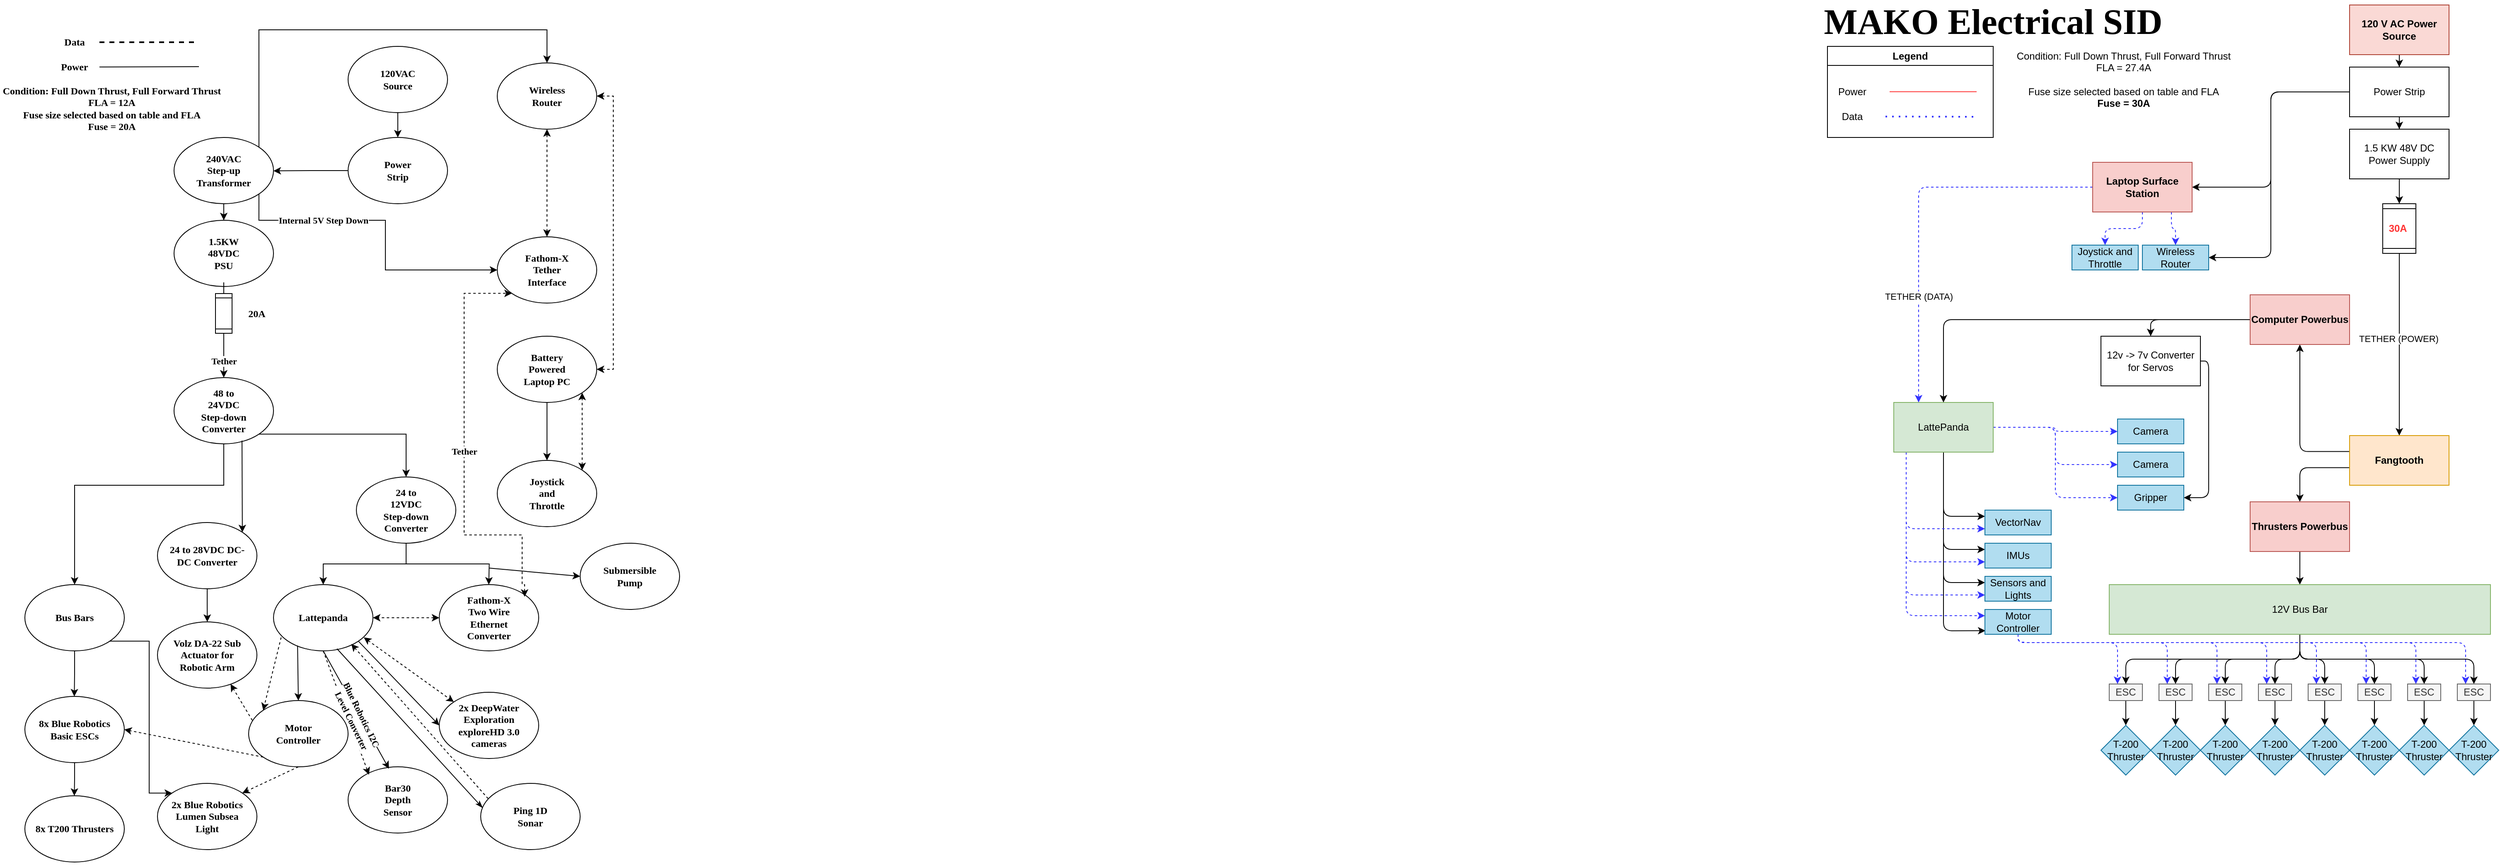
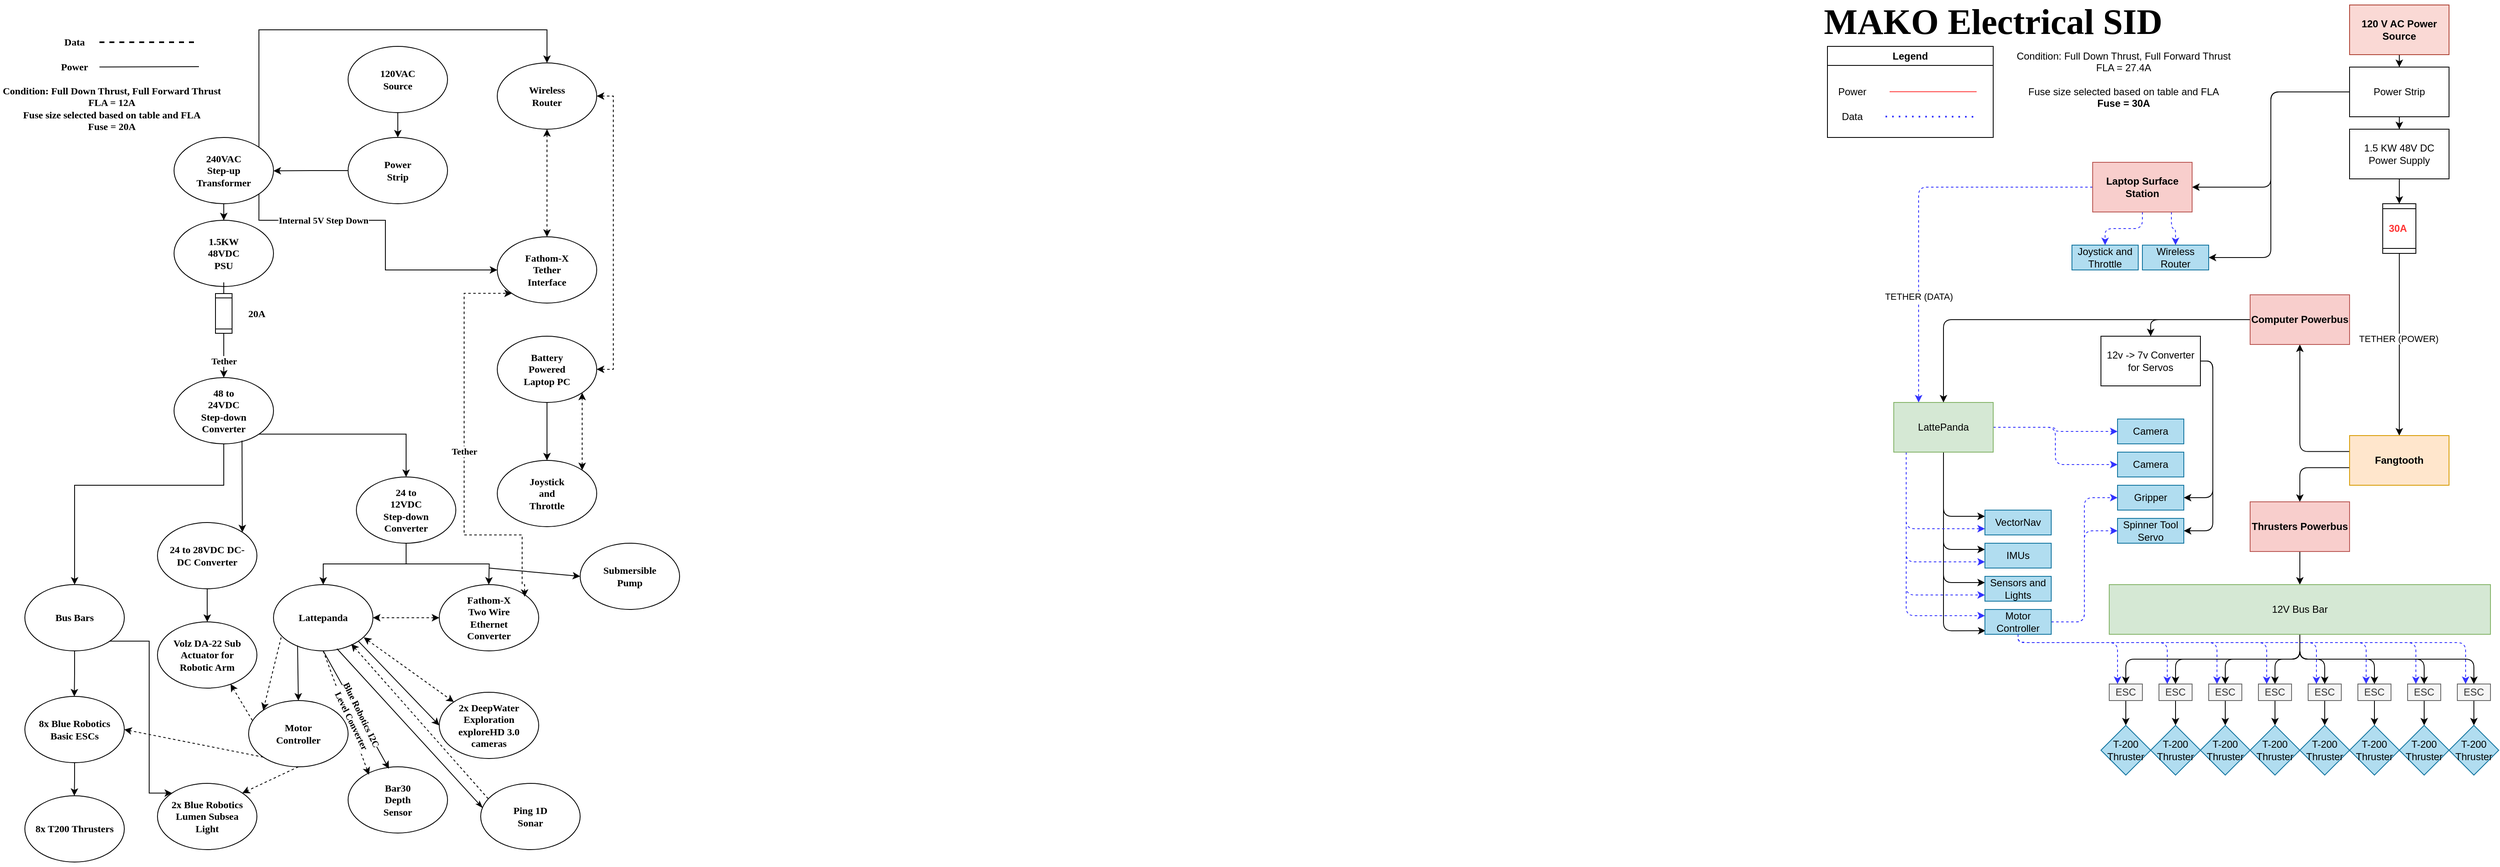
<mxfile host="app.diagrams.net" agent="Mozilla/5.0 (Windows NT 10.0; Win64; x64; rv:139.0) Gecko/20100101 Firefox/139.0">
  <diagram name="Page-1" id="doaNbLGYiiKzRFzNWdXi">
-     <mxGraphModel dx="3117" dy="822" grid="1" gridSize="10" guides="1" tooltips="1" connect="1" arrows="1" fold="1" page="1" pageScale="1" pageWidth="850" pageHeight="1100" math="0" shadow="0">
+     <mxGraphModel dx="2753" dy="611" grid="1" gridSize="10" guides="1" tooltips="1" connect="1" arrows="1" fold="1" page="1" pageScale="1" pageWidth="850" pageHeight="1100" math="0" shadow="0">
      <root>
        <mxCell id="0" />
        <mxCell id="1" parent="0" />
        <mxCell id="KtZ6byTwQnFwZSQ_47y7-5" edge="1" parent="1" source="KtZ6byTwQnFwZSQ_47y7-1" style="endArrow=classic;html=1;rounded=0;exitX=0.5;exitY=1;exitDx=0;exitDy=0;fontFamily=Times New Roman;fontStyle=1" target="KtZ6byTwQnFwZSQ_47y7-6" value="">
          <mxGeometry height="50" relative="1" width="50" as="geometry">
            <mxPoint x="-970" y="310" as="sourcePoint" />
            <mxPoint x="-1190" y="260" as="targetPoint" />
          </mxGeometry>
        </mxCell>
        <mxCell id="KtZ6byTwQnFwZSQ_47y7-8" connectable="0" parent="1" style="group;fontFamily=Times New Roman;fontStyle=1;rounded=0;" value="" vertex="1">
          <mxGeometry height="80" width="120" x="-920" y="60" as="geometry" />
        </mxCell>
        <mxCell id="KtZ6byTwQnFwZSQ_47y7-1" parent="KtZ6byTwQnFwZSQ_47y7-8" style="ellipse;whiteSpace=wrap;html=1;fontFamily=Times New Roman;fontStyle=1;rounded=0;" value="" vertex="1">
          <mxGeometry height="80" width="120" as="geometry" />
        </mxCell>
        <mxCell id="KtZ6byTwQnFwZSQ_47y7-2" parent="KtZ6byTwQnFwZSQ_47y7-8" style="text;html=1;align=center;verticalAlign=middle;whiteSpace=wrap;rounded=0;fontFamily=Times New Roman;fontStyle=1" value="120VAC Source" vertex="1">
          <mxGeometry height="30" width="60" x="30" y="25" as="geometry" />
        </mxCell>
        <mxCell id="KtZ6byTwQnFwZSQ_47y7-17" edge="1" parent="1" source="KtZ6byTwQnFwZSQ_47y7-18" style="endArrow=none;html=1;rounded=0;fontFamily=Times New Roman;fontStyle=1" value="">
          <mxGeometry height="50" relative="1" width="50" as="geometry">
            <mxPoint x="-1220" y="84.5" as="sourcePoint" />
            <mxPoint x="-1100" y="84.5" as="targetPoint" />
          </mxGeometry>
        </mxCell>
        <mxCell id="KtZ6byTwQnFwZSQ_47y7-21" collapsed="1" parent="1" style="text;html=1;align=center;verticalAlign=middle;whiteSpace=wrap;rounded=0;container=0;fontFamily=Times New Roman;fontStyle=1" value="&lt;div&gt;Data&lt;/div&gt;" vertex="1">
          <mxGeometry height="30" width="60" x="-1280" y="40" as="geometry">
            <mxRectangle height="30" width="60" x="320" y="275" as="alternateBounds" />
          </mxGeometry>
        </mxCell>
        <mxCell id="KtZ6byTwQnFwZSQ_47y7-22" edge="1" parent="1" style="endArrow=none;html=1;rounded=0;fontFamily=Times New Roman;fontStyle=1" target="KtZ6byTwQnFwZSQ_47y7-18" value="">
          <mxGeometry height="50" relative="1" width="50" as="geometry">
            <mxPoint x="-1220" y="84.5" as="sourcePoint" />
            <mxPoint x="-1100" y="84.5" as="targetPoint" />
          </mxGeometry>
        </mxCell>
        <mxCell id="KtZ6byTwQnFwZSQ_47y7-18" parent="1" style="text;html=1;align=center;verticalAlign=middle;whiteSpace=wrap;rounded=0;fontFamily=Times New Roman;fontStyle=1" value="&lt;div&gt;Power&lt;/div&gt;" vertex="1">
          <mxGeometry height="30" width="60" x="-1280" y="70" as="geometry" />
        </mxCell>
        <mxCell id="KtZ6byTwQnFwZSQ_47y7-24" connectable="0" parent="1" style="group;fontFamily=Times New Roman;fontStyle=1;rounded=0;" value="" vertex="1">
          <mxGeometry height="80" width="120" x="-740" y="290" as="geometry" />
        </mxCell>
        <mxCell id="KtZ6byTwQnFwZSQ_47y7-25" parent="KtZ6byTwQnFwZSQ_47y7-24" style="ellipse;whiteSpace=wrap;html=1;fontFamily=Times New Roman;fontStyle=1;rounded=0;" value="" vertex="1">
          <mxGeometry height="80" width="120" as="geometry" />
        </mxCell>
        <mxCell id="KtZ6byTwQnFwZSQ_47y7-26" collapsed="1" parent="KtZ6byTwQnFwZSQ_47y7-24" style="text;html=1;align=center;verticalAlign=middle;whiteSpace=wrap;rounded=0;container=0;fontFamily=Times New Roman;fontStyle=1" value="Fathom-X Tether Interface" vertex="1">
          <mxGeometry height="30" width="60" x="30" y="25" as="geometry">
            <mxRectangle height="30" width="60" x="320" y="275" as="alternateBounds" />
          </mxGeometry>
        </mxCell>
        <mxCell id="KtZ6byTwQnFwZSQ_47y7-29" connectable="0" parent="1" style="group;fontFamily=Times New Roman;fontStyle=1;rounded=0;" value="" vertex="1">
          <mxGeometry height="80" width="120" x="-740" y="410" as="geometry" />
        </mxCell>
        <mxCell id="KtZ6byTwQnFwZSQ_47y7-30" parent="KtZ6byTwQnFwZSQ_47y7-29" style="ellipse;whiteSpace=wrap;html=1;fontFamily=Times New Roman;fontStyle=1;rounded=0;" value="" vertex="1">
          <mxGeometry height="80" width="120" as="geometry" />
        </mxCell>
        <mxCell id="KtZ6byTwQnFwZSQ_47y7-31" collapsed="1" parent="KtZ6byTwQnFwZSQ_47y7-29" style="text;html=1;align=center;verticalAlign=middle;whiteSpace=wrap;rounded=0;container=0;fontFamily=Times New Roman;fontStyle=1" value="Battery Powered Laptop PC" vertex="1">
          <mxGeometry height="30" width="60" x="30" y="25" as="geometry">
            <mxRectangle height="30" width="60" x="320" y="275" as="alternateBounds" />
          </mxGeometry>
        </mxCell>
        <mxCell id="KtZ6byTwQnFwZSQ_47y7-32" connectable="0" parent="1" style="group;fontFamily=Times New Roman;fontStyle=1;rounded=0;" value="" vertex="1">
          <mxGeometry height="80" width="120" x="-920" y="170" as="geometry" />
        </mxCell>
        <mxCell id="KtZ6byTwQnFwZSQ_47y7-9" connectable="0" parent="KtZ6byTwQnFwZSQ_47y7-32" style="group;fontFamily=Times New Roman;fontStyle=1;rounded=0;" value="" vertex="1">
          <mxGeometry height="80" width="120" as="geometry" />
        </mxCell>
        <mxCell id="KtZ6byTwQnFwZSQ_47y7-44" edge="1" parent="KtZ6byTwQnFwZSQ_47y7-9" source="KtZ6byTwQnFwZSQ_47y7-6" style="edgeStyle=orthogonalEdgeStyle;rounded=0;orthogonalLoop=1;jettySize=auto;html=1;exitX=0;exitY=0.5;exitDx=0;exitDy=0;fontFamily=Times New Roman;fontStyle=1">
          <mxGeometry relative="1" as="geometry">
            <mxPoint x="-90.00000000000011" y="40.33333333333337" as="targetPoint" />
          </mxGeometry>
        </mxCell>
        <mxCell id="KtZ6byTwQnFwZSQ_47y7-6" parent="KtZ6byTwQnFwZSQ_47y7-9" style="ellipse;whiteSpace=wrap;html=1;fontFamily=Times New Roman;fontStyle=1;rounded=0;" value="" vertex="1">
          <mxGeometry height="80" width="120" as="geometry" />
        </mxCell>
        <mxCell id="KtZ6byTwQnFwZSQ_47y7-7" parent="KtZ6byTwQnFwZSQ_47y7-9" style="text;html=1;align=center;verticalAlign=middle;whiteSpace=wrap;rounded=0;fontFamily=Times New Roman;fontStyle=1" value="&lt;div&gt;Power Strip&lt;/div&gt;" vertex="1">
          <mxGeometry height="30" width="60" x="30" y="25" as="geometry" />
        </mxCell>
        <mxCell id="KtZ6byTwQnFwZSQ_47y7-33" connectable="0" parent="1" style="group;fontFamily=Times New Roman;fontStyle=1;rounded=0;" value="" vertex="1">
          <mxGeometry height="80" width="120" x="-740" y="80" as="geometry" />
        </mxCell>
        <mxCell id="KtZ6byTwQnFwZSQ_47y7-16" connectable="0" parent="KtZ6byTwQnFwZSQ_47y7-33" style="group;fontFamily=Times New Roman;fontStyle=1;rounded=0;" value="" vertex="1">
          <mxGeometry height="80" width="120" as="geometry" />
        </mxCell>
        <mxCell id="KtZ6byTwQnFwZSQ_47y7-13" parent="KtZ6byTwQnFwZSQ_47y7-16" style="ellipse;whiteSpace=wrap;html=1;fontFamily=Times New Roman;fontStyle=1;rounded=0;" value="" vertex="1">
          <mxGeometry height="80" width="120" as="geometry" />
        </mxCell>
        <mxCell id="KtZ6byTwQnFwZSQ_47y7-14" collapsed="1" parent="KtZ6byTwQnFwZSQ_47y7-16" style="text;html=1;align=center;verticalAlign=middle;whiteSpace=wrap;rounded=0;container=0;fontFamily=Times New Roman;fontStyle=1" value="&lt;div&gt;Wireless Router&lt;/div&gt;" vertex="1">
          <mxGeometry height="30" width="60" x="30" y="25" as="geometry">
            <mxRectangle height="30" width="60" x="320" y="275" as="alternateBounds" />
          </mxGeometry>
        </mxCell>
        <mxCell id="KtZ6byTwQnFwZSQ_47y7-28" edge="1" parent="KtZ6byTwQnFwZSQ_47y7-33" source="KtZ6byTwQnFwZSQ_47y7-25" style="endArrow=classic;html=1;rounded=0;dashed=1;exitX=0.5;exitY=0;exitDx=0;exitDy=0;entryX=0.5;entryY=1;entryDx=0;entryDy=0;startArrow=classic;startFill=1;fontFamily=Times New Roman;fontStyle=1" target="KtZ6byTwQnFwZSQ_47y7-13" value="">
          <mxGeometry height="50" relative="1" width="50" as="geometry">
            <mxPoint x="-30" y="210" as="sourcePoint" />
            <mxPoint x="20" y="160" as="targetPoint" />
          </mxGeometry>
        </mxCell>
        <mxCell id="KtZ6byTwQnFwZSQ_47y7-37" connectable="0" parent="1" style="group;fontFamily=Times New Roman;fontStyle=1;rounded=0;" value="" vertex="1">
          <mxGeometry height="80" width="120" x="-740" y="560" as="geometry" />
        </mxCell>
        <mxCell id="KtZ6byTwQnFwZSQ_47y7-38" parent="KtZ6byTwQnFwZSQ_47y7-37" style="ellipse;whiteSpace=wrap;html=1;fontFamily=Times New Roman;fontStyle=1;rounded=0;" value="" vertex="1">
          <mxGeometry height="80" width="120" as="geometry" />
        </mxCell>
        <mxCell id="KtZ6byTwQnFwZSQ_47y7-39" collapsed="1" parent="KtZ6byTwQnFwZSQ_47y7-37" style="text;html=1;align=center;verticalAlign=middle;whiteSpace=wrap;rounded=0;container=0;fontFamily=Times New Roman;fontStyle=1" value="Joystick and Throttle" vertex="1">
          <mxGeometry height="30" width="60" x="30" y="25" as="geometry">
            <mxRectangle height="30" width="60" x="320" y="275" as="alternateBounds" />
          </mxGeometry>
        </mxCell>
        <mxCell id="KtZ6byTwQnFwZSQ_47y7-40" edge="1" parent="1" source="KtZ6byTwQnFwZSQ_47y7-30" style="edgeStyle=orthogonalEdgeStyle;rounded=0;orthogonalLoop=1;jettySize=auto;html=1;exitX=0.5;exitY=1;exitDx=0;exitDy=0;fontFamily=Times New Roman;fontStyle=1" target="KtZ6byTwQnFwZSQ_47y7-38">
          <mxGeometry relative="1" as="geometry" />
        </mxCell>
        <mxCell id="KtZ6byTwQnFwZSQ_47y7-41" connectable="0" parent="1" style="group;fontFamily=Times New Roman;fontStyle=1;rounded=0;" value="" vertex="1">
          <mxGeometry height="80" width="120" x="-1130" y="170" as="geometry" />
        </mxCell>
        <mxCell id="KtZ6byTwQnFwZSQ_47y7-42" parent="KtZ6byTwQnFwZSQ_47y7-41" style="ellipse;whiteSpace=wrap;html=1;fontFamily=Times New Roman;fontStyle=1;rounded=0;" value="" vertex="1">
          <mxGeometry height="80" width="120" as="geometry" />
        </mxCell>
        <mxCell id="KtZ6byTwQnFwZSQ_47y7-43" collapsed="1" parent="KtZ6byTwQnFwZSQ_47y7-41" style="text;html=1;align=center;verticalAlign=middle;whiteSpace=wrap;rounded=0;container=0;fontFamily=Times New Roman;fontStyle=1" value="240VAC Step-up Transformer" vertex="1">
          <mxGeometry height="30" width="60" x="30" y="25" as="geometry">
            <mxRectangle height="30" width="60" x="320" y="275" as="alternateBounds" />
          </mxGeometry>
        </mxCell>
        <mxCell id="KtZ6byTwQnFwZSQ_47y7-45" connectable="0" parent="1" style="group;fontFamily=Times New Roman;fontStyle=1;rounded=0;" value="" vertex="1">
          <mxGeometry height="80" width="120" x="-1130" y="270" as="geometry" />
        </mxCell>
        <mxCell id="KtZ6byTwQnFwZSQ_47y7-46" parent="KtZ6byTwQnFwZSQ_47y7-45" style="ellipse;whiteSpace=wrap;html=1;fontFamily=Times New Roman;fontStyle=1;rounded=0;" value="" vertex="1">
          <mxGeometry height="80" width="120" as="geometry" />
        </mxCell>
        <mxCell id="KtZ6byTwQnFwZSQ_47y7-47" collapsed="1" parent="KtZ6byTwQnFwZSQ_47y7-45" style="text;html=1;align=center;verticalAlign=middle;whiteSpace=wrap;rounded=0;container=0;fontFamily=Times New Roman;fontStyle=1" value="1.5KW 48VDC PSU" vertex="1">
          <mxGeometry height="30" width="60" x="30" y="25" as="geometry">
            <mxRectangle height="30" width="60" x="320" y="275" as="alternateBounds" />
          </mxGeometry>
        </mxCell>
        <mxCell id="KtZ6byTwQnFwZSQ_47y7-48" edge="1" parent="1" source="KtZ6byTwQnFwZSQ_47y7-42" style="edgeStyle=orthogonalEdgeStyle;rounded=0;orthogonalLoop=1;jettySize=auto;html=1;exitX=0.5;exitY=1;exitDx=0;exitDy=0;fontFamily=Times New Roman;fontStyle=1" target="KtZ6byTwQnFwZSQ_47y7-46">
          <mxGeometry relative="1" as="geometry" />
        </mxCell>
        <mxCell id="KtZ6byTwQnFwZSQ_47y7-51" edge="1" parent="1" style="endArrow=classic;html=1;rounded=0;fontFamily=Times New Roman;fontStyle=1" value="">
          <mxGeometry relative="1" as="geometry">
            <mxPoint x="-1070" y="420" as="sourcePoint" />
            <mxPoint x="-1070" y="460" as="targetPoint" />
          </mxGeometry>
        </mxCell>
        <mxCell id="KtZ6byTwQnFwZSQ_47y7-52" connectable="0" parent="KtZ6byTwQnFwZSQ_47y7-51" style="edgeLabel;resizable=0;html=1;;align=center;verticalAlign=middle;fontFamily=Times New Roman;fontStyle=1;rounded=0;" value="&lt;div&gt;Tether&lt;/div&gt;" vertex="1">
          <mxGeometry relative="1" as="geometry" />
        </mxCell>
        <mxCell id="KtZ6byTwQnFwZSQ_47y7-57" edge="1" parent="1" source="KtZ6byTwQnFwZSQ_47y7-13" style="edgeStyle=orthogonalEdgeStyle;rounded=0;orthogonalLoop=1;jettySize=auto;html=1;exitX=1;exitY=0.5;exitDx=0;exitDy=0;entryX=1;entryY=0.5;entryDx=0;entryDy=0;dashed=1;startArrow=classic;startFill=1;fontFamily=Times New Roman;fontStyle=1" target="KtZ6byTwQnFwZSQ_47y7-30">
          <mxGeometry relative="1" as="geometry" />
        </mxCell>
        <mxCell id="KtZ6byTwQnFwZSQ_47y7-58" connectable="0" parent="1" style="group;fontFamily=Times New Roman;fontStyle=1;rounded=0;" value="" vertex="1">
          <mxGeometry height="590" width="460" x="-1130" y="460" as="geometry" />
        </mxCell>
        <mxCell id="KtZ6byTwQnFwZSQ_47y7-63" edge="1" parent="KtZ6byTwQnFwZSQ_47y7-58" source="KtZ6byTwQnFwZSQ_47y7-59" style="edgeStyle=orthogonalEdgeStyle;rounded=0;orthogonalLoop=1;jettySize=auto;html=1;exitX=1;exitY=1;exitDx=0;exitDy=0;entryX=0.5;entryY=0;entryDx=0;entryDy=0;fontFamily=Times New Roman;fontStyle=1" target="KtZ6byTwQnFwZSQ_47y7-65">
          <mxGeometry relative="1" as="geometry">
            <mxPoint x="220" y="130" as="targetPoint" />
          </mxGeometry>
        </mxCell>
        <mxCell id="KtZ6byTwQnFwZSQ_47y7-59" parent="KtZ6byTwQnFwZSQ_47y7-58" style="ellipse;whiteSpace=wrap;html=1;fontFamily=Times New Roman;fontStyle=1;rounded=0;" value="" vertex="1">
          <mxGeometry height="80" width="120" as="geometry" />
        </mxCell>
        <mxCell id="KtZ6byTwQnFwZSQ_47y7-60" collapsed="1" parent="KtZ6byTwQnFwZSQ_47y7-58" style="text;html=1;align=center;verticalAlign=middle;whiteSpace=wrap;rounded=0;container=0;fontFamily=Times New Roman;fontStyle=1" value="48 to 24VDC Step-down Converter" vertex="1">
          <mxGeometry height="30" width="60" x="30" y="25" as="geometry">
            <mxRectangle height="30" width="60" x="320" y="275" as="alternateBounds" />
          </mxGeometry>
        </mxCell>
        <mxCell id="KtZ6byTwQnFwZSQ_47y7-89" connectable="0" parent="KtZ6byTwQnFwZSQ_47y7-58" style="group;fontFamily=Times New Roman;fontStyle=1;rounded=0;" value="" vertex="1">
          <mxGeometry height="470" width="340" x="120" y="120" as="geometry" />
        </mxCell>
        <mxCell id="KtZ6byTwQnFwZSQ_47y7-64" connectable="0" parent="KtZ6byTwQnFwZSQ_47y7-89" style="group;fontFamily=Times New Roman;fontStyle=1;rounded=0;" value="" vertex="1">
          <mxGeometry height="80" width="120" x="100" as="geometry" />
        </mxCell>
        <mxCell id="KtZ6byTwQnFwZSQ_47y7-65" parent="KtZ6byTwQnFwZSQ_47y7-64" style="ellipse;whiteSpace=wrap;html=1;fontFamily=Times New Roman;fontStyle=1;rounded=0;" value="" vertex="1">
          <mxGeometry height="80" width="120" as="geometry" />
        </mxCell>
        <mxCell id="KtZ6byTwQnFwZSQ_47y7-66" collapsed="1" parent="KtZ6byTwQnFwZSQ_47y7-64" style="text;html=1;align=center;verticalAlign=middle;whiteSpace=wrap;rounded=0;container=0;fontFamily=Times New Roman;fontStyle=1" value="24 to 12VDC Step-down Converter" vertex="1">
          <mxGeometry height="30" width="60" x="30" y="25" as="geometry">
            <mxRectangle height="30" width="60" x="320" y="275" as="alternateBounds" />
          </mxGeometry>
        </mxCell>
        <mxCell id="KtZ6byTwQnFwZSQ_47y7-68" connectable="0" parent="KtZ6byTwQnFwZSQ_47y7-89" style="group;fontFamily=Times New Roman;fontStyle=1;rounded=0;" value="" vertex="1">
          <mxGeometry height="80" width="120" x="200" y="130" as="geometry" />
        </mxCell>
        <mxCell id="KtZ6byTwQnFwZSQ_47y7-69" parent="KtZ6byTwQnFwZSQ_47y7-68" style="ellipse;whiteSpace=wrap;html=1;fontFamily=Times New Roman;fontStyle=1;rounded=0;" value="" vertex="1">
          <mxGeometry height="80" width="120" as="geometry" />
        </mxCell>
        <mxCell id="KtZ6byTwQnFwZSQ_47y7-70" collapsed="1" parent="KtZ6byTwQnFwZSQ_47y7-68" style="text;html=1;align=center;verticalAlign=middle;whiteSpace=wrap;rounded=0;container=0;fontFamily=Times New Roman;fontStyle=1" value="Fathom-X Two Wire Ethernet Converter" vertex="1">
          <mxGeometry height="30" width="60" x="30" y="25" as="geometry">
            <mxRectangle height="30" width="60" x="320" y="275" as="alternateBounds" />
          </mxGeometry>
        </mxCell>
        <mxCell id="KtZ6byTwQnFwZSQ_47y7-76" connectable="0" parent="KtZ6byTwQnFwZSQ_47y7-89" style="group;fontFamily=Times New Roman;fontStyle=1;rounded=0;" value="" vertex="1">
          <mxGeometry height="80" width="120" y="130" as="geometry" />
        </mxCell>
        <mxCell id="KtZ6byTwQnFwZSQ_47y7-77" parent="KtZ6byTwQnFwZSQ_47y7-76" style="ellipse;whiteSpace=wrap;html=1;fontFamily=Times New Roman;fontStyle=1;rounded=0;" value="" vertex="1">
          <mxGeometry height="80" width="120" as="geometry" />
        </mxCell>
        <mxCell id="KtZ6byTwQnFwZSQ_47y7-78" collapsed="1" parent="KtZ6byTwQnFwZSQ_47y7-76" style="text;html=1;align=center;verticalAlign=middle;whiteSpace=wrap;rounded=0;container=0;fontFamily=Times New Roman;fontStyle=1" value="Lattepanda" vertex="1">
          <mxGeometry height="30" width="60" x="30" y="25" as="geometry">
            <mxRectangle height="30" width="60" x="320" y="275" as="alternateBounds" />
          </mxGeometry>
        </mxCell>
        <mxCell id="KtZ6byTwQnFwZSQ_47y7-67" edge="1" parent="KtZ6byTwQnFwZSQ_47y7-89" source="KtZ6byTwQnFwZSQ_47y7-65" style="edgeStyle=orthogonalEdgeStyle;rounded=0;orthogonalLoop=1;jettySize=auto;html=1;exitX=0.5;exitY=1;exitDx=0;exitDy=0;fontFamily=Times New Roman;fontStyle=1">
          <mxGeometry relative="1" as="geometry">
            <mxPoint x="190" y="90" as="sourcePoint" />
            <mxPoint x="259.75" y="130" as="targetPoint" />
          </mxGeometry>
        </mxCell>
        <mxCell id="KtZ6byTwQnFwZSQ_47y7-80" edge="1" parent="KtZ6byTwQnFwZSQ_47y7-89" source="KtZ6byTwQnFwZSQ_47y7-77" style="edgeStyle=orthogonalEdgeStyle;rounded=0;orthogonalLoop=1;jettySize=auto;html=1;exitX=0.5;exitY=0;exitDx=0;exitDy=0;entryX=0.5;entryY=1;entryDx=0;entryDy=0;startArrow=classic;startFill=1;endArrow=none;endFill=0;fontFamily=Times New Roman;fontStyle=1" target="KtZ6byTwQnFwZSQ_47y7-65">
          <mxGeometry relative="1" as="geometry" />
        </mxCell>
        <mxCell id="KtZ6byTwQnFwZSQ_47y7-81" connectable="0" parent="KtZ6byTwQnFwZSQ_47y7-89" style="group;fontFamily=Times New Roman;fontStyle=1;rounded=0;" value="" vertex="1">
          <mxGeometry height="80" width="120" x="-30" y="270" as="geometry" />
        </mxCell>
        <mxCell id="KtZ6byTwQnFwZSQ_47y7-82" parent="KtZ6byTwQnFwZSQ_47y7-81" style="ellipse;whiteSpace=wrap;html=1;fontFamily=Times New Roman;fontStyle=1;rounded=0;" value="" vertex="1">
          <mxGeometry height="80" width="120" as="geometry" />
        </mxCell>
        <mxCell id="KtZ6byTwQnFwZSQ_47y7-83" collapsed="1" parent="KtZ6byTwQnFwZSQ_47y7-81" style="text;html=1;align=center;verticalAlign=middle;whiteSpace=wrap;rounded=0;container=0;fontFamily=Times New Roman;fontStyle=1" value="&lt;div&gt;Motor Controller&lt;/div&gt;" vertex="1">
          <mxGeometry height="30" width="60" x="30" y="25" as="geometry">
            <mxRectangle height="30" width="60" x="320" y="275" as="alternateBounds" />
          </mxGeometry>
        </mxCell>
        <mxCell id="KtZ6byTwQnFwZSQ_47y7-84" edge="1" parent="KtZ6byTwQnFwZSQ_47y7-89" source="KtZ6byTwQnFwZSQ_47y7-77" style="rounded=0;orthogonalLoop=1;jettySize=auto;html=1;exitX=0.242;exitY=0.921;exitDx=0;exitDy=0;entryX=0.5;entryY=0;entryDx=0;entryDy=0;exitPerimeter=0;fontFamily=Times New Roman;fontStyle=1" target="KtZ6byTwQnFwZSQ_47y7-82">
          <mxGeometry relative="1" as="geometry" />
        </mxCell>
        <mxCell id="KtZ6byTwQnFwZSQ_47y7-85" edge="1" parent="KtZ6byTwQnFwZSQ_47y7-89" source="KtZ6byTwQnFwZSQ_47y7-77" style="rounded=0;orthogonalLoop=1;jettySize=auto;html=1;exitX=0.077;exitY=0.797;exitDx=0;exitDy=0;entryX=0;entryY=0;entryDx=0;entryDy=0;dashed=1;exitPerimeter=0;fontFamily=Times New Roman;fontStyle=1" target="KtZ6byTwQnFwZSQ_47y7-82">
          <mxGeometry relative="1" as="geometry" />
        </mxCell>
        <mxCell id="KtZ6byTwQnFwZSQ_47y7-113" edge="1" parent="KtZ6byTwQnFwZSQ_47y7-89" source="KtZ6byTwQnFwZSQ_47y7-69" style="edgeStyle=orthogonalEdgeStyle;rounded=0;orthogonalLoop=1;jettySize=auto;html=1;exitX=0;exitY=0.5;exitDx=0;exitDy=0;entryX=1;entryY=0.5;entryDx=0;entryDy=0;dashed=1;startArrow=classic;startFill=1;fontFamily=Times New Roman;fontStyle=1" target="KtZ6byTwQnFwZSQ_47y7-77">
          <mxGeometry relative="1" as="geometry" />
        </mxCell>
        <mxCell id="1TIhp53VE8E4QQOrCl6A-1" parent="KtZ6byTwQnFwZSQ_47y7-89" style="ellipse;whiteSpace=wrap;html=1;fontFamily=Times New Roman;fontStyle=1;rounded=0;" value="&lt;div&gt;2x DeepWater Exploration exploreHD 3.0 cameras&lt;/div&gt;" vertex="1">
          <mxGeometry height="80" width="120" x="200" y="260" as="geometry" />
        </mxCell>
        <mxCell id="btyZadERf1XyvgSfxNHE-8" edge="1" parent="KtZ6byTwQnFwZSQ_47y7-89" source="KtZ6byTwQnFwZSQ_47y7-77" style="rounded=0;orthogonalLoop=1;jettySize=auto;html=1;exitX=1;exitY=1;exitDx=0;exitDy=0;entryX=0;entryY=0.5;entryDx=0;entryDy=0;fontFamily=Times New Roman;fontStyle=1" target="1TIhp53VE8E4QQOrCl6A-1">
          <mxGeometry relative="1" as="geometry" />
        </mxCell>
        <mxCell id="btyZadERf1XyvgSfxNHE-9" edge="1" parent="KtZ6byTwQnFwZSQ_47y7-89" source="KtZ6byTwQnFwZSQ_47y7-77" style="rounded=0;orthogonalLoop=1;jettySize=auto;html=1;exitX=0.908;exitY=0.797;exitDx=0;exitDy=0;entryX=0;entryY=0;entryDx=0;entryDy=0;dashed=1;startArrow=classic;startFill=1;exitPerimeter=0;fontFamily=Times New Roman;fontStyle=1" target="1TIhp53VE8E4QQOrCl6A-1">
          <mxGeometry relative="1" as="geometry">
            <mxPoint x="210" y="270" as="targetPoint" />
          </mxGeometry>
        </mxCell>
        <mxCell id="etV4jzlPymx9ehgoYt_u-58" connectable="0" parent="KtZ6byTwQnFwZSQ_47y7-89" style="group;fontFamily=Times New Roman;fontStyle=1;rounded=0;" value="" vertex="1">
          <mxGeometry height="80" width="120" x="90" y="350" as="geometry" />
        </mxCell>
        <mxCell id="etV4jzlPymx9ehgoYt_u-59" parent="etV4jzlPymx9ehgoYt_u-58" style="ellipse;whiteSpace=wrap;html=1;fontFamily=Times New Roman;fontStyle=1;rounded=0;" value="" vertex="1">
          <mxGeometry height="80" width="120" as="geometry" />
        </mxCell>
        <mxCell id="etV4jzlPymx9ehgoYt_u-60" collapsed="1" parent="etV4jzlPymx9ehgoYt_u-58" style="text;html=1;align=center;verticalAlign=middle;whiteSpace=wrap;rounded=0;container=0;fontFamily=Times New Roman;fontStyle=1" value="Bar30 Depth Sensor" vertex="1">
          <mxGeometry height="30" width="60" x="30" y="25" as="geometry">
            <mxRectangle height="30" width="60" x="320" y="275" as="alternateBounds" />
          </mxGeometry>
        </mxCell>
        <mxCell id="etV4jzlPymx9ehgoYt_u-61" edge="1" parent="KtZ6byTwQnFwZSQ_47y7-89" source="KtZ6byTwQnFwZSQ_47y7-77" style="rounded=0;orthogonalLoop=1;jettySize=auto;html=1;exitX=0.5;exitY=1;exitDx=0;exitDy=0;entryX=0.21;entryY=0.12;entryDx=0;entryDy=0;entryPerimeter=0;dashed=1;fontFamily=Times New Roman;fontStyle=1" target="etV4jzlPymx9ehgoYt_u-59">
          <mxGeometry relative="1" as="geometry" />
        </mxCell>
        <mxCell id="etV4jzlPymx9ehgoYt_u-62" edge="1" parent="KtZ6byTwQnFwZSQ_47y7-89" source="KtZ6byTwQnFwZSQ_47y7-77" style="rounded=0;orthogonalLoop=1;jettySize=auto;html=1;exitX=0.5;exitY=1;exitDx=0;exitDy=0;entryX=0.411;entryY=0.029;entryDx=0;entryDy=0;entryPerimeter=0;fontFamily=Times New Roman;fontStyle=1" target="etV4jzlPymx9ehgoYt_u-59">
          <mxGeometry relative="1" as="geometry" />
        </mxCell>
        <mxCell id="_jh59VST7iY0-ydR_Vmc-1" connectable="0" parent="etV4jzlPymx9ehgoYt_u-62" style="edgeLabel;html=1;align=center;verticalAlign=middle;resizable=0;points=[];rotation=64;fontFamily=Times New Roman;fontStyle=1;rounded=0;" value="&lt;div&gt;Blue Robotics I2C&lt;/div&gt;&lt;div&gt;&amp;nbsp;Level Converter&lt;/div&gt;" vertex="1">
          <mxGeometry relative="1" x="0.567" as="geometry">
            <mxPoint x="-22" y="-32" as="offset" />
          </mxGeometry>
        </mxCell>
        <mxCell id="ipf7ujVZ-AzwesgqvqbX-4" edge="1" parent="KtZ6byTwQnFwZSQ_47y7-89" style="endArrow=classic;html=1;rounded=0;fontFamily=Times New Roman;fontStyle=1" value="">
          <mxGeometry height="50" relative="1" width="50" as="geometry">
            <mxPoint x="260" y="110" as="sourcePoint" />
            <mxPoint x="370" y="120" as="targetPoint" />
          </mxGeometry>
        </mxCell>
        <mxCell id="KtZ6byTwQnFwZSQ_47y7-115" connectable="0" parent="KtZ6byTwQnFwZSQ_47y7-58" style="group;fontFamily=Times New Roman;fontStyle=1;rounded=0;" value="" vertex="1">
          <mxGeometry height="80" width="120" x="-20" y="175" as="geometry" />
        </mxCell>
        <mxCell id="KtZ6byTwQnFwZSQ_47y7-124" edge="1" parent="KtZ6byTwQnFwZSQ_47y7-115" source="KtZ6byTwQnFwZSQ_47y7-116" style="edgeStyle=orthogonalEdgeStyle;rounded=0;orthogonalLoop=1;jettySize=auto;html=1;exitX=0.5;exitY=1;exitDx=0;exitDy=0;fontFamily=Times New Roman;fontStyle=1">
          <mxGeometry relative="1" as="geometry">
            <mxPoint x="60.11764705882365" y="120" as="targetPoint" />
          </mxGeometry>
        </mxCell>
        <mxCell id="KtZ6byTwQnFwZSQ_47y7-116" parent="KtZ6byTwQnFwZSQ_47y7-115" style="ellipse;whiteSpace=wrap;html=1;fontFamily=Times New Roman;fontStyle=1;rounded=0;" value="" vertex="1">
          <mxGeometry height="80" width="120" as="geometry" />
        </mxCell>
        <mxCell id="KtZ6byTwQnFwZSQ_47y7-117" collapsed="1" parent="KtZ6byTwQnFwZSQ_47y7-115" style="text;html=1;align=center;verticalAlign=middle;whiteSpace=wrap;rounded=0;container=0;fontFamily=Times New Roman;fontStyle=1" value="24 to 28VDC DC-DC Converter" vertex="1">
          <mxGeometry height="30" width="100" x="10" y="25" as="geometry">
            <mxRectangle height="30" width="60" x="320" y="275" as="alternateBounds" />
          </mxGeometry>
        </mxCell>
        <mxCell id="KtZ6byTwQnFwZSQ_47y7-121" connectable="0" parent="KtZ6byTwQnFwZSQ_47y7-58" style="group;fontFamily=Times New Roman;fontStyle=1;rounded=0;" value="" vertex="1">
          <mxGeometry height="80" width="120" x="-20" y="295" as="geometry" />
        </mxCell>
        <mxCell id="KtZ6byTwQnFwZSQ_47y7-122" parent="KtZ6byTwQnFwZSQ_47y7-121" style="ellipse;whiteSpace=wrap;html=1;fontFamily=Times New Roman;fontStyle=1;rounded=0;" value="" vertex="1">
          <mxGeometry height="80" width="120" as="geometry" />
        </mxCell>
        <mxCell id="KtZ6byTwQnFwZSQ_47y7-123" collapsed="1" parent="KtZ6byTwQnFwZSQ_47y7-121" style="text;html=1;align=center;verticalAlign=middle;whiteSpace=wrap;rounded=0;container=0;fontFamily=Times New Roman;fontStyle=1" value="Volz DA-22 Sub Actuator for Robotic Arm" vertex="1">
          <mxGeometry height="30" width="100" x="10" y="25" as="geometry">
            <mxRectangle height="30" width="60" x="320" y="275" as="alternateBounds" />
          </mxGeometry>
        </mxCell>
        <mxCell id="btyZadERf1XyvgSfxNHE-3" edge="1" parent="KtZ6byTwQnFwZSQ_47y7-58" style="endArrow=classic;html=1;rounded=0;entryX=1;entryY=0;entryDx=0;entryDy=0;fontFamily=Times New Roman;fontStyle=1" target="KtZ6byTwQnFwZSQ_47y7-116" value="">
          <mxGeometry height="50" relative="1" width="50" as="geometry">
            <mxPoint x="82" y="76" as="sourcePoint" />
            <mxPoint x="350" y="280" as="targetPoint" />
          </mxGeometry>
        </mxCell>
        <mxCell id="btyZadERf1XyvgSfxNHE-7" edge="1" parent="KtZ6byTwQnFwZSQ_47y7-58" source="KtZ6byTwQnFwZSQ_47y7-82" style="rounded=0;orthogonalLoop=1;jettySize=auto;html=1;exitX=0.037;exitY=0.299;exitDx=0;exitDy=0;entryX=0.735;entryY=0.939;entryDx=0;entryDy=0;dashed=1;exitPerimeter=0;entryPerimeter=0;fontFamily=Times New Roman;fontStyle=1" target="KtZ6byTwQnFwZSQ_47y7-122">
          <mxGeometry relative="1" as="geometry">
            <mxPoint x="63.6499999999992" y="441.9" as="sourcePoint" />
            <mxPoint x="56.34923699267929" y="375.0012072515923" as="targetPoint" />
          </mxGeometry>
        </mxCell>
        <mxCell id="etV4jzlPymx9ehgoYt_u-14" connectable="0" parent="KtZ6byTwQnFwZSQ_47y7-58" style="group;fontFamily=Times New Roman;fontStyle=1;rounded=0;" value="" vertex="1">
          <mxGeometry height="80" width="120" x="-20" y="490" as="geometry" />
        </mxCell>
        <mxCell id="etV4jzlPymx9ehgoYt_u-15" parent="etV4jzlPymx9ehgoYt_u-14" style="ellipse;whiteSpace=wrap;html=1;fontFamily=Times New Roman;fontStyle=1;rounded=0;" value="" vertex="1">
          <mxGeometry height="80" width="120" as="geometry" />
        </mxCell>
        <mxCell id="etV4jzlPymx9ehgoYt_u-16" collapsed="1" parent="etV4jzlPymx9ehgoYt_u-14" style="text;html=1;align=center;verticalAlign=middle;whiteSpace=wrap;rounded=0;container=0;fontFamily=Times New Roman;fontStyle=1" value="2x Blue Robotics Lumen Subsea Light" vertex="1">
          <mxGeometry height="30" width="100" x="10" y="25" as="geometry">
            <mxRectangle height="30" width="60" x="320" y="275" as="alternateBounds" />
          </mxGeometry>
        </mxCell>
        <mxCell id="etV4jzlPymx9ehgoYt_u-18" edge="1" parent="KtZ6byTwQnFwZSQ_47y7-58" source="KtZ6byTwQnFwZSQ_47y7-82" style="rounded=0;orthogonalLoop=1;jettySize=auto;html=1;exitX=0.5;exitY=1;exitDx=0;exitDy=0;entryX=1;entryY=0;entryDx=0;entryDy=0;dashed=1;fontFamily=Times New Roman;fontStyle=1" target="etV4jzlPymx9ehgoYt_u-15">
          <mxGeometry relative="1" as="geometry" />
        </mxCell>
        <mxCell id="KtZ6byTwQnFwZSQ_47y7-71" edge="1" parent="1" source="KtZ6byTwQnFwZSQ_47y7-69" style="endArrow=classic;html=1;rounded=0;edgeStyle=orthogonalEdgeStyle;dashed=1;entryX=0;entryY=1;entryDx=0;entryDy=0;exitX=0.858;exitY=0.183;exitDx=0;exitDy=0;startArrow=classic;startFill=1;exitPerimeter=0;fontFamily=Times New Roman;fontStyle=1" target="KtZ6byTwQnFwZSQ_47y7-25" value="">
          <mxGeometry relative="1" as="geometry">
            <Array as="points">
              <mxPoint x="-707" y="710" />
              <mxPoint x="-710" y="710" />
              <mxPoint x="-710" y="650" />
              <mxPoint x="-780" y="650" />
              <mxPoint x="-780" y="358" />
            </Array>
            <mxPoint x="-720" y="701" as="sourcePoint" />
            <mxPoint x="-792.426406871193" y="290.00427124746193" as="targetPoint" />
          </mxGeometry>
        </mxCell>
        <mxCell id="KtZ6byTwQnFwZSQ_47y7-72" connectable="0" parent="KtZ6byTwQnFwZSQ_47y7-71" style="edgeLabel;resizable=0;html=1;;align=center;verticalAlign=middle;fontFamily=Times New Roman;fontStyle=1;rounded=0;" value="Tether" vertex="1">
          <mxGeometry relative="1" as="geometry" />
        </mxCell>
        <mxCell id="KtZ6byTwQnFwZSQ_47y7-90" edge="1" parent="1" source="KtZ6byTwQnFwZSQ_47y7-59" style="edgeStyle=orthogonalEdgeStyle;rounded=0;orthogonalLoop=1;jettySize=auto;html=1;exitX=0.5;exitY=1;exitDx=0;exitDy=0;entryX=0.5;entryY=0;entryDx=0;entryDy=0;fontFamily=Times New Roman;fontStyle=1" target="KtZ6byTwQnFwZSQ_47y7-87">
          <mxGeometry relative="1" as="geometry">
            <Array as="points">
              <mxPoint x="-1070" y="590" />
              <mxPoint x="-1250" y="590" />
            </Array>
          </mxGeometry>
        </mxCell>
        <mxCell id="KtZ6byTwQnFwZSQ_47y7-112" edge="1" parent="1" source="KtZ6byTwQnFwZSQ_47y7-82" style="rounded=0;orthogonalLoop=1;jettySize=auto;html=1;exitX=0;exitY=1;exitDx=0;exitDy=0;entryX=1.1;entryY=0.5;entryDx=0;entryDy=0;entryPerimeter=0;dashed=1;fontFamily=Times New Roman;fontStyle=1" target="KtZ6byTwQnFwZSQ_47y7-105">
          <mxGeometry relative="1" as="geometry" />
        </mxCell>
        <mxCell id="KtZ6byTwQnFwZSQ_47y7-125" connectable="0" parent="1" style="group;fontFamily=Times New Roman;fontStyle=1;rounded=0;" value="" vertex="1">
          <mxGeometry height="335" width="120" x="-1310" y="710" as="geometry" />
        </mxCell>
        <mxCell id="KtZ6byTwQnFwZSQ_47y7-92" connectable="0" parent="KtZ6byTwQnFwZSQ_47y7-125" style="group;fontFamily=Times New Roman;fontStyle=1;rounded=0;" value="" vertex="1">
          <mxGeometry height="335" width="120" as="geometry" />
        </mxCell>
        <mxCell id="KtZ6byTwQnFwZSQ_47y7-87" parent="KtZ6byTwQnFwZSQ_47y7-92" style="ellipse;whiteSpace=wrap;html=1;fontFamily=Times New Roman;fontStyle=1;rounded=0;" value="" vertex="1">
          <mxGeometry height="80" width="120" as="geometry" />
        </mxCell>
        <mxCell id="KtZ6byTwQnFwZSQ_47y7-106" edge="1" parent="KtZ6byTwQnFwZSQ_47y7-92" source="KtZ6byTwQnFwZSQ_47y7-87" style="edgeStyle=orthogonalEdgeStyle;rounded=0;orthogonalLoop=1;jettySize=auto;html=1;exitX=0.5;exitY=1;exitDx=0;exitDy=0;fontFamily=Times New Roman;fontStyle=1">
          <mxGeometry relative="1" as="geometry">
            <mxPoint x="59.66666666666674" y="135" as="targetPoint" />
          </mxGeometry>
        </mxCell>
        <mxCell id="KtZ6byTwQnFwZSQ_47y7-91" collapsed="1" parent="KtZ6byTwQnFwZSQ_47y7-92" style="text;html=1;align=center;verticalAlign=middle;whiteSpace=wrap;rounded=0;container=0;fontFamily=Times New Roman;fontStyle=1" value="Bus Bars" vertex="1">
          <mxGeometry height="30" width="60" x="30" y="25" as="geometry">
            <mxRectangle height="30" width="60" x="320" y="275" as="alternateBounds" />
          </mxGeometry>
        </mxCell>
        <mxCell id="KtZ6byTwQnFwZSQ_47y7-103" connectable="0" parent="KtZ6byTwQnFwZSQ_47y7-92" style="group;fontFamily=Times New Roman;fontStyle=1;rounded=0;" value="" vertex="1">
          <mxGeometry height="80" width="120" y="135" as="geometry" />
        </mxCell>
        <mxCell id="KtZ6byTwQnFwZSQ_47y7-110" edge="1" parent="KtZ6byTwQnFwZSQ_47y7-103" source="KtZ6byTwQnFwZSQ_47y7-104" style="edgeStyle=orthogonalEdgeStyle;rounded=0;orthogonalLoop=1;jettySize=auto;html=1;exitX=0.5;exitY=1;exitDx=0;exitDy=0;fontFamily=Times New Roman;fontStyle=1">
          <mxGeometry relative="1" as="geometry">
            <mxPoint x="59.66666666666674" y="120" as="targetPoint" />
          </mxGeometry>
        </mxCell>
        <mxCell id="KtZ6byTwQnFwZSQ_47y7-104" parent="KtZ6byTwQnFwZSQ_47y7-103" style="ellipse;whiteSpace=wrap;html=1;fontFamily=Times New Roman;fontStyle=1;rounded=0;" value="" vertex="1">
          <mxGeometry height="80" width="120" as="geometry" />
        </mxCell>
        <mxCell id="KtZ6byTwQnFwZSQ_47y7-105" collapsed="1" parent="KtZ6byTwQnFwZSQ_47y7-103" style="text;html=1;align=center;verticalAlign=middle;whiteSpace=wrap;rounded=0;container=0;fontFamily=Times New Roman;fontStyle=1" value="8x Blue Robotics Basic ESCs" vertex="1">
          <mxGeometry height="30" width="100" x="10" y="25" as="geometry">
            <mxRectangle height="30" width="60" x="320" y="275" as="alternateBounds" />
          </mxGeometry>
        </mxCell>
        <mxCell id="KtZ6byTwQnFwZSQ_47y7-107" connectable="0" parent="KtZ6byTwQnFwZSQ_47y7-92" style="group;fontFamily=Times New Roman;fontStyle=1;rounded=0;" value="" vertex="1">
          <mxGeometry height="80" width="120" y="255" as="geometry" />
        </mxCell>
        <mxCell id="KtZ6byTwQnFwZSQ_47y7-108" parent="KtZ6byTwQnFwZSQ_47y7-107" style="ellipse;whiteSpace=wrap;html=1;fontFamily=Times New Roman;fontStyle=1;rounded=0;" value="" vertex="1">
          <mxGeometry height="80" width="120" as="geometry" />
        </mxCell>
        <mxCell id="KtZ6byTwQnFwZSQ_47y7-109" collapsed="1" parent="KtZ6byTwQnFwZSQ_47y7-107" style="text;html=1;align=center;verticalAlign=middle;whiteSpace=wrap;rounded=0;container=0;fontFamily=Times New Roman;fontStyle=1" value="8x T200 Thrusters" vertex="1">
          <mxGeometry height="30" width="100" x="10" y="25" as="geometry">
            <mxRectangle height="30" width="60" x="320" y="275" as="alternateBounds" />
          </mxGeometry>
        </mxCell>
        <mxCell id="KtZ6byTwQnFwZSQ_47y7-143" parent="1" style="pointerEvents=1;verticalLabelPosition=bottom;shadow=0;dashed=0;align=center;html=1;verticalAlign=top;shape=mxgraph.electrical.miscellaneous.fuse_1;rotation=-90;fontFamily=Times New Roman;fontStyle=1;rounded=0;" value="" vertex="1">
          <mxGeometry height="20" width="75" x="-1107.5" y="372.5" as="geometry" />
        </mxCell>
        <mxCell id="KtZ6byTwQnFwZSQ_47y7-144" collapsed="1" parent="1" style="text;html=1;align=center;verticalAlign=middle;whiteSpace=wrap;rounded=0;container=0;fontFamily=Times New Roman;fontStyle=1" value="20A" vertex="1">
          <mxGeometry height="30" width="60" x="-1060" y="367.5" as="geometry">
            <mxRectangle height="30" width="60" x="320" y="275" as="alternateBounds" />
          </mxGeometry>
        </mxCell>
        <mxCell id="KtZ6byTwQnFwZSQ_47y7-145" collapsed="1" parent="1" style="text;html=1;align=center;verticalAlign=middle;whiteSpace=wrap;rounded=0;container=0;fontFamily=Times New Roman;fontStyle=1" value="&lt;div&gt;Condition: Full Down Thrust, Full Forward Thrust&lt;/div&gt;&lt;div&gt;FLA = 12A&lt;/div&gt;&lt;div&gt;Fuse size selected based on table and FLA&lt;/div&gt;&lt;div&gt;&lt;span&gt;Fuse = 20A&lt;/span&gt;&lt;/div&gt;" vertex="1">
          <mxGeometry height="170" width="270" x="-1340" y="50" as="geometry">
            <mxRectangle height="30" width="60" x="320" y="275" as="alternateBounds" />
          </mxGeometry>
        </mxCell>
        <mxCell id="KtZ6byTwQnFwZSQ_47y7-147" edge="1" parent="1" source="KtZ6byTwQnFwZSQ_47y7-21" style="endArrow=none;dashed=1;html=1;strokeWidth=2;rounded=0;exitX=1;exitY=0.5;exitDx=0;exitDy=0;fontFamily=Times New Roman;fontStyle=1" value="">
          <mxGeometry height="50" relative="1" width="50" as="geometry">
            <mxPoint x="-1170" y="80" as="sourcePoint" />
            <mxPoint x="-1100" y="55" as="targetPoint" />
          </mxGeometry>
        </mxCell>
        <object label="Internal 5V Step Down" id="YFcSXKNce1uvGu7f9DYM-2">
          <mxCell edge="1" parent="1" source="KtZ6byTwQnFwZSQ_47y7-42" style="edgeStyle=orthogonalEdgeStyle;rounded=0;orthogonalLoop=1;jettySize=auto;html=1;exitX=1;exitY=1;exitDx=0;exitDy=0;entryX=0;entryY=0.5;entryDx=0;entryDy=0;metaEdit=1;fontFamily=Times New Roman;fontStyle=1" target="KtZ6byTwQnFwZSQ_47y7-25">
            <mxGeometry relative="1" x="-0.4236" as="geometry">
              <mxPoint as="offset" />
              <Array as="points">
                <mxPoint x="-1028" y="270" />
                <mxPoint x="-875" y="270" />
                <mxPoint x="-875" y="330" />
              </Array>
              <mxPoint x="-929.9999999999998" y="279.9999999999999" as="targetPoint" />
            </mxGeometry>
          </mxCell>
        </object>
        <mxCell id="YFcSXKNce1uvGu7f9DYM-5" edge="1" parent="1" source="KtZ6byTwQnFwZSQ_47y7-42" style="edgeStyle=orthogonalEdgeStyle;rounded=0;orthogonalLoop=1;jettySize=auto;html=1;exitX=1;exitY=0;exitDx=0;exitDy=0;entryX=0.5;entryY=0;entryDx=0;entryDy=0;fontFamily=Times New Roman;fontStyle=1" target="KtZ6byTwQnFwZSQ_47y7-13">
          <mxGeometry relative="1" as="geometry">
            <Array as="points">
              <mxPoint x="-1028" y="40" />
              <mxPoint x="-680" y="40" />
            </Array>
          </mxGeometry>
        </mxCell>
        <mxCell id="YFcSXKNce1uvGu7f9DYM-6" edge="1" parent="1" source="KtZ6byTwQnFwZSQ_47y7-38" style="edgeStyle=orthogonalEdgeStyle;rounded=0;orthogonalLoop=1;jettySize=auto;html=1;exitX=1;exitY=0;exitDx=0;exitDy=0;entryX=1;entryY=1;entryDx=0;entryDy=0;dashed=1;startArrow=classic;startFill=1;fontFamily=Times New Roman;fontStyle=1" target="KtZ6byTwQnFwZSQ_47y7-30">
          <mxGeometry relative="1" as="geometry" />
        </mxCell>
        <mxCell id="etV4jzlPymx9ehgoYt_u-17" edge="1" parent="1" source="KtZ6byTwQnFwZSQ_47y7-87" style="edgeStyle=orthogonalEdgeStyle;rounded=0;orthogonalLoop=1;jettySize=auto;html=1;exitX=1;exitY=1;exitDx=0;exitDy=0;entryX=0;entryY=0;entryDx=0;entryDy=0;fontFamily=Times New Roman;fontStyle=1" target="etV4jzlPymx9ehgoYt_u-15">
          <mxGeometry relative="1" as="geometry">
            <Array as="points">
              <mxPoint x="-1160" y="778" />
              <mxPoint x="-1160" y="962" />
            </Array>
          </mxGeometry>
        </mxCell>
        <mxCell id="etV4jzlPymx9ehgoYt_u-64" connectable="0" parent="1" style="group;fontFamily=Times New Roman;fontStyle=1;rounded=0;" value="" vertex="1">
          <mxGeometry height="80" width="120" x="-760" y="950" as="geometry" />
        </mxCell>
        <mxCell id="etV4jzlPymx9ehgoYt_u-65" parent="etV4jzlPymx9ehgoYt_u-64" style="ellipse;whiteSpace=wrap;html=1;fontFamily=Times New Roman;fontStyle=1;rounded=0;" value="" vertex="1">
          <mxGeometry height="80" width="120" as="geometry" />
        </mxCell>
        <mxCell id="etV4jzlPymx9ehgoYt_u-66" collapsed="1" parent="etV4jzlPymx9ehgoYt_u-64" style="text;html=1;align=center;verticalAlign=middle;whiteSpace=wrap;rounded=0;container=0;fontFamily=Times New Roman;fontStyle=1" value="Ping 1D Sonar" vertex="1">
          <mxGeometry height="30" width="60" x="30" y="25" as="geometry">
            <mxRectangle height="30" width="60" x="320" y="275" as="alternateBounds" />
          </mxGeometry>
        </mxCell>
        <mxCell id="etV4jzlPymx9ehgoYt_u-67" edge="1" parent="1" source="etV4jzlPymx9ehgoYt_u-65" style="rounded=0;orthogonalLoop=1;jettySize=auto;html=1;exitX=0.02;exitY=0.37;exitDx=0;exitDy=0;entryX=0.638;entryY=0.967;entryDx=0;entryDy=0;entryPerimeter=0;exitPerimeter=0;startArrow=classicThin;startFill=1;endArrow=none;fontFamily=Times New Roman;fontStyle=1" target="KtZ6byTwQnFwZSQ_47y7-77">
          <mxGeometry relative="1" as="geometry">
            <mxPoint x="-920" y="800" as="targetPoint" />
          </mxGeometry>
        </mxCell>
        <mxCell id="etV4jzlPymx9ehgoYt_u-68" edge="1" parent="1" source="etV4jzlPymx9ehgoYt_u-65" style="rounded=0;orthogonalLoop=1;jettySize=auto;html=1;exitX=0.075;exitY=0.231;exitDx=0;exitDy=0;entryX=0.782;entryY=0.895;entryDx=0;entryDy=0;entryPerimeter=0;dashed=1;exitPerimeter=0;fontFamily=Times New Roman;fontStyle=1" target="KtZ6byTwQnFwZSQ_47y7-77">
          <mxGeometry relative="1" as="geometry" />
        </mxCell>
        <mxCell id="ipf7ujVZ-AzwesgqvqbX-1" connectable="0" parent="1" style="group;fontFamily=Times New Roman;fontStyle=1;rounded=0;" value="" vertex="1">
          <mxGeometry height="80" width="120" x="-640" y="660" as="geometry" />
        </mxCell>
        <mxCell id="ipf7ujVZ-AzwesgqvqbX-2" parent="ipf7ujVZ-AzwesgqvqbX-1" style="ellipse;whiteSpace=wrap;html=1;fontFamily=Times New Roman;fontStyle=1;rounded=0;" value="" vertex="1">
          <mxGeometry height="80" width="120" as="geometry" />
        </mxCell>
        <mxCell id="ipf7ujVZ-AzwesgqvqbX-3" collapsed="1" parent="ipf7ujVZ-AzwesgqvqbX-1" style="text;html=1;align=center;verticalAlign=middle;whiteSpace=wrap;rounded=0;container=0;fontFamily=Times New Roman;fontStyle=1" value="Submersible Pump" vertex="1">
          <mxGeometry height="30" width="60" x="30" y="25" as="geometry">
            <mxRectangle height="30" width="60" x="320" y="275" as="alternateBounds" />
          </mxGeometry>
        </mxCell>
        <mxCell id="59XTsty1G1Yx93DkZX_j-1" parent="1" style="text;html=1;whiteSpace=wrap;strokeColor=none;fillColor=none;align=center;verticalAlign=middle;rounded=0;fontFamily=Times New Roman;fontStyle=1" value="&lt;font style=&quot;font-size: 43px;&quot;&gt;&lt;span&gt;MAKO Electrical SID&lt;/span&gt;&lt;/font&gt;" vertex="1">
          <mxGeometry height="40" width="420" x="855" y="10" as="geometry" />
        </mxCell>
        <mxCell id="59XTsty1G1Yx93DkZX_j-24" edge="1" parent="1" style="edgeStyle=orthogonalEdgeStyle;rounded=0;orthogonalLoop=1;jettySize=auto;html=1;exitX=0.5;exitY=1;exitDx=0;exitDy=0;">
          <mxGeometry relative="1" as="geometry">
            <mxPoint x="1475" y="790" as="sourcePoint" />
            <mxPoint x="1475" y="790" as="targetPoint" />
          </mxGeometry>
        </mxCell>
        <mxCell id="59XTsty1G1Yx93DkZX_j-45" parent="1" style="swimlane;whiteSpace=wrap;html=1;" value="Legend" vertex="1">
          <mxGeometry height="110" width="200" x="865" y="60" as="geometry" />
        </mxCell>
        <mxCell id="59XTsty1G1Yx93DkZX_j-46" parent="59XTsty1G1Yx93DkZX_j-45" style="text;html=1;whiteSpace=wrap;strokeColor=none;fillColor=none;align=center;verticalAlign=middle;rounded=0;" value="Power" vertex="1">
          <mxGeometry height="30" width="60" y="40" as="geometry" />
        </mxCell>
        <mxCell id="59XTsty1G1Yx93DkZX_j-47" parent="59XTsty1G1Yx93DkZX_j-45" style="text;html=1;whiteSpace=wrap;strokeColor=none;fillColor=none;align=center;verticalAlign=middle;rounded=0;" value="Data" vertex="1">
          <mxGeometry height="30" width="60" y="70" as="geometry" />
        </mxCell>
        <mxCell id="59XTsty1G1Yx93DkZX_j-53" edge="1" parent="59XTsty1G1Yx93DkZX_j-45" style="endArrow=none;dashed=1;html=1;dashPattern=1 3;strokeWidth=2;strokeColor=#3333FF;" value="">
          <mxGeometry height="50" relative="1" width="50" as="geometry">
            <mxPoint x="70" y="84.72" as="sourcePoint" />
            <mxPoint x="180" y="85" as="targetPoint" />
          </mxGeometry>
        </mxCell>
        <mxCell id="59XTsty1G1Yx93DkZX_j-54" edge="1" parent="59XTsty1G1Yx93DkZX_j-45" style="endArrow=none;html=1;strokeColor=#FF3333;" value="">
          <mxGeometry height="50" relative="1" width="50" as="geometry">
            <mxPoint x="75" y="54.72" as="sourcePoint" />
            <mxPoint x="180" y="54.72" as="targetPoint" />
          </mxGeometry>
        </mxCell>
        <mxCell id="59XTsty1G1Yx93DkZX_j-216" edge="1" parent="1" source="59XTsty1G1Yx93DkZX_j-57" style="edgeStyle=orthogonalEdgeStyle;orthogonalLoop=1;jettySize=auto;html=1;" target="59XTsty1G1Yx93DkZX_j-208" value="">
          <mxGeometry relative="1" as="geometry" />
        </mxCell>
        <mxCell id="59XTsty1G1Yx93DkZX_j-57" parent="1" style="rounded=0;whiteSpace=wrap;html=1;fillColor=#fad9d5;strokeColor=#ae4132;fontStyle=1" value="120 V AC Power Source" vertex="1">
          <mxGeometry height="60" width="120" x="1495" y="10" as="geometry" />
        </mxCell>
        <mxCell id="59XTsty1G1Yx93DkZX_j-71" edge="1" parent="1" source="59XTsty1G1Yx93DkZX_j-66" style="edgeStyle=orthogonalEdgeStyle;orthogonalLoop=1;jettySize=auto;html=1;" target="59XTsty1G1Yx93DkZX_j-70" value="">
          <mxGeometry relative="1" as="geometry" />
        </mxCell>
        <mxCell id="59XTsty1G1Yx93DkZX_j-66" parent="1" style="rounded=0;whiteSpace=wrap;html=1;" value="&lt;div&gt;1.5 KW 48V DC Power Supply&lt;/div&gt;" vertex="1">
          <mxGeometry height="60" width="120" x="1495" y="160" as="geometry" />
        </mxCell>
        <mxCell id="59XTsty1G1Yx93DkZX_j-81" edge="1" parent="1" source="59XTsty1G1Yx93DkZX_j-70" style="edgeStyle=orthogonalEdgeStyle;orthogonalLoop=1;jettySize=auto;html=1;entryX=0.5;entryY=0;entryDx=0;entryDy=0;" target="59XTsty1G1Yx93DkZX_j-101" value="">
          <mxGeometry relative="1" as="geometry">
            <mxPoint x="1555" y="470" as="targetPoint" />
          </mxGeometry>
        </mxCell>
        <mxCell id="59XTsty1G1Yx93DkZX_j-99" connectable="0" parent="59XTsty1G1Yx93DkZX_j-81" style="edgeLabel;html=1;align=center;verticalAlign=middle;resizable=0;points=[];" value="TETHER (POWER)" vertex="1">
          <mxGeometry relative="1" x="-0.062" y="-1" as="geometry">
            <mxPoint as="offset" />
          </mxGeometry>
        </mxCell>
        <mxCell id="59XTsty1G1Yx93DkZX_j-70" parent="1" style="shape=process;whiteSpace=wrap;html=1;backgroundOutline=1;rounded=0;direction=south;" value="&lt;div&gt;&lt;b style=&quot;color: rgb(255, 53, 53);&quot;&gt;30A&amp;nbsp;&lt;/b&gt;&lt;/div&gt;" vertex="1">
          <mxGeometry height="60" width="40" x="1535" y="250" as="geometry" />
        </mxCell>
        <mxCell id="59XTsty1G1Yx93DkZX_j-83" parent="1" style="text;html=1;whiteSpace=wrap;strokeColor=none;fillColor=none;align=center;verticalAlign=middle;rounded=0;" value="&lt;div&gt;Condition: Full Down Thrust, Full Forward Thrust&lt;/div&gt;&lt;div&gt;FLA = 27.4A&lt;/div&gt;&lt;div&gt;&lt;br&gt;&lt;/div&gt;&lt;div&gt;Fuse size selected based on table and FLA&lt;/div&gt;&lt;div&gt;&lt;b&gt;Fuse = 30A&lt;/b&gt;&lt;/div&gt;" vertex="1">
          <mxGeometry height="80" width="305" x="1070" y="60" as="geometry" />
        </mxCell>
        <mxCell id="59XTsty1G1Yx93DkZX_j-205" edge="1" parent="1" source="59XTsty1G1Yx93DkZX_j-101" style="edgeStyle=orthogonalEdgeStyle;orthogonalLoop=1;jettySize=auto;html=1;entryX=0.5;entryY=1;entryDx=0;entryDy=0;exitX=-0.004;exitY=0.321;exitDx=0;exitDy=0;exitPerimeter=0;" target="59XTsty1G1Yx93DkZX_j-180">
          <mxGeometry relative="1" as="geometry" />
        </mxCell>
        <mxCell id="59XTsty1G1Yx93DkZX_j-206" edge="1" parent="1" source="59XTsty1G1Yx93DkZX_j-101" style="edgeStyle=orthogonalEdgeStyle;orthogonalLoop=1;jettySize=auto;html=1;exitX=0.001;exitY=0.645;exitDx=0;exitDy=0;exitPerimeter=0;" target="59XTsty1G1Yx93DkZX_j-102">
          <mxGeometry relative="1" as="geometry" />
        </mxCell>
        <mxCell id="59XTsty1G1Yx93DkZX_j-101" parent="1" style="rounded=0;whiteSpace=wrap;html=1;fillColor=#ffe6cc;strokeColor=#d79b00;fontStyle=1" value="Fangtooth" vertex="1">
          <mxGeometry height="60" width="120" x="1495" y="530" as="geometry" />
        </mxCell>
        <mxCell id="59XTsty1G1Yx93DkZX_j-113" edge="1" parent="1" source="59XTsty1G1Yx93DkZX_j-102" style="edgeStyle=orthogonalEdgeStyle;orthogonalLoop=1;jettySize=auto;html=1;entryX=0.5;entryY=0;entryDx=0;entryDy=0;" target="59XTsty1G1Yx93DkZX_j-108">
          <mxGeometry relative="1" as="geometry" />
        </mxCell>
        <mxCell id="59XTsty1G1Yx93DkZX_j-102" parent="1" style="rounded=0;whiteSpace=wrap;html=1;fillColor=#f8cecc;strokeColor=#b85450;fontStyle=1" value="Thrusters Powerbus" vertex="1">
          <mxGeometry height="60" width="120" x="1375" y="610" as="geometry" />
        </mxCell>
        <mxCell id="59XTsty1G1Yx93DkZX_j-135" edge="1" parent="1" source="59XTsty1G1Yx93DkZX_j-108" style="edgeStyle=orthogonalEdgeStyle;orthogonalLoop=1;jettySize=auto;html=1;entryX=0.5;entryY=0;entryDx=0;entryDy=0;" target="59XTsty1G1Yx93DkZX_j-116">
          <mxGeometry relative="1" as="geometry" />
        </mxCell>
        <mxCell id="59XTsty1G1Yx93DkZX_j-137" edge="1" parent="1" source="59XTsty1G1Yx93DkZX_j-108" style="edgeStyle=orthogonalEdgeStyle;orthogonalLoop=1;jettySize=auto;html=1;entryX=0.5;entryY=0;entryDx=0;entryDy=0;" target="59XTsty1G1Yx93DkZX_j-120">
          <mxGeometry relative="1" as="geometry" />
        </mxCell>
        <mxCell id="59XTsty1G1Yx93DkZX_j-138" edge="1" parent="1" source="59XTsty1G1Yx93DkZX_j-108" style="edgeStyle=orthogonalEdgeStyle;orthogonalLoop=1;jettySize=auto;html=1;entryX=0.5;entryY=0;entryDx=0;entryDy=0;" target="59XTsty1G1Yx93DkZX_j-117">
          <mxGeometry relative="1" as="geometry" />
        </mxCell>
        <mxCell id="59XTsty1G1Yx93DkZX_j-139" edge="1" parent="1" source="59XTsty1G1Yx93DkZX_j-108" style="edgeStyle=orthogonalEdgeStyle;orthogonalLoop=1;jettySize=auto;html=1;entryX=0.5;entryY=0;entryDx=0;entryDy=0;" target="59XTsty1G1Yx93DkZX_j-118">
          <mxGeometry relative="1" as="geometry" />
        </mxCell>
        <mxCell id="59XTsty1G1Yx93DkZX_j-140" edge="1" parent="1" source="59XTsty1G1Yx93DkZX_j-108" style="edgeStyle=orthogonalEdgeStyle;orthogonalLoop=1;jettySize=auto;html=1;entryX=0.5;entryY=0;entryDx=0;entryDy=0;" target="59XTsty1G1Yx93DkZX_j-121">
          <mxGeometry relative="1" as="geometry" />
        </mxCell>
        <mxCell id="59XTsty1G1Yx93DkZX_j-141" edge="1" parent="1" source="59XTsty1G1Yx93DkZX_j-108" style="edgeStyle=orthogonalEdgeStyle;orthogonalLoop=1;jettySize=auto;html=1;entryX=0.5;entryY=0;entryDx=0;entryDy=0;" target="59XTsty1G1Yx93DkZX_j-122">
          <mxGeometry relative="1" as="geometry" />
        </mxCell>
        <mxCell id="59XTsty1G1Yx93DkZX_j-142" edge="1" parent="1" source="59XTsty1G1Yx93DkZX_j-108" style="edgeStyle=orthogonalEdgeStyle;orthogonalLoop=1;jettySize=auto;html=1;entryX=0.5;entryY=0;entryDx=0;entryDy=0;" target="59XTsty1G1Yx93DkZX_j-123">
          <mxGeometry relative="1" as="geometry" />
        </mxCell>
        <mxCell id="59XTsty1G1Yx93DkZX_j-143" edge="1" parent="1" source="59XTsty1G1Yx93DkZX_j-108" style="edgeStyle=orthogonalEdgeStyle;orthogonalLoop=1;jettySize=auto;html=1;" target="59XTsty1G1Yx93DkZX_j-124">
          <mxGeometry relative="1" as="geometry" />
        </mxCell>
        <mxCell id="59XTsty1G1Yx93DkZX_j-108" parent="1" style="rounded=0;whiteSpace=wrap;html=1;fillColor=#d5e8d4;strokeColor=#82b366;fontStyle=0" value="&lt;span&gt;12V Bus Bar&lt;/span&gt;" vertex="1">
          <mxGeometry height="60" width="460" x="1205" y="710" as="geometry" />
        </mxCell>
        <mxCell id="59XTsty1G1Yx93DkZX_j-158" edge="1" parent="1" source="59XTsty1G1Yx93DkZX_j-111" style="edgeStyle=orthogonalEdgeStyle;orthogonalLoop=1;jettySize=auto;html=1;entryX=0;entryY=0.5;entryDx=0;entryDy=0;dashed=1;strokeColor=#3333FF;" target="59XTsty1G1Yx93DkZX_j-154">
          <mxGeometry relative="1" as="geometry" />
        </mxCell>
        <mxCell id="59XTsty1G1Yx93DkZX_j-159" edge="1" parent="1" source="59XTsty1G1Yx93DkZX_j-111" style="edgeStyle=orthogonalEdgeStyle;orthogonalLoop=1;jettySize=auto;html=1;entryX=0;entryY=0.5;entryDx=0;entryDy=0;dashed=1;strokeColor=#3333FF;" target="59XTsty1G1Yx93DkZX_j-153">
          <mxGeometry relative="1" as="geometry" />
        </mxCell>
-         <mxCell id="59XTsty1G1Yx93DkZX_j-160" edge="1" parent="1" source="59XTsty1G1Yx93DkZX_j-111" style="edgeStyle=orthogonalEdgeStyle;orthogonalLoop=1;jettySize=auto;html=1;entryX=0;entryY=0.5;entryDx=0;entryDy=0;dashed=1;strokeColor=#3333FF;" target="59XTsty1G1Yx93DkZX_j-155">
-           <mxGeometry relative="1" as="geometry" />
-         </mxCell>
        <mxCell id="59XTsty1G1Yx93DkZX_j-232" edge="1" parent="1" source="59XTsty1G1Yx93DkZX_j-111" style="edgeStyle=orthogonalEdgeStyle;orthogonalLoop=1;jettySize=auto;html=1;entryX=0;entryY=0.25;entryDx=0;entryDy=0;" target="59XTsty1G1Yx93DkZX_j-164">
          <mxGeometry relative="1" as="geometry" />
        </mxCell>
        <mxCell id="59XTsty1G1Yx93DkZX_j-233" edge="1" parent="1" source="59XTsty1G1Yx93DkZX_j-111" style="edgeStyle=orthogonalEdgeStyle;orthogonalLoop=1;jettySize=auto;html=1;entryX=0;entryY=0.25;entryDx=0;entryDy=0;" target="59XTsty1G1Yx93DkZX_j-163">
          <mxGeometry relative="1" as="geometry" />
        </mxCell>
        <mxCell id="59XTsty1G1Yx93DkZX_j-234" edge="1" parent="1" source="59XTsty1G1Yx93DkZX_j-111" style="edgeStyle=orthogonalEdgeStyle;orthogonalLoop=1;jettySize=auto;html=1;entryX=0;entryY=0.25;entryDx=0;entryDy=0;" target="59XTsty1G1Yx93DkZX_j-165">
          <mxGeometry relative="1" as="geometry" />
        </mxCell>
        <mxCell id="59XTsty1G1Yx93DkZX_j-235" edge="1" parent="1" source="59XTsty1G1Yx93DkZX_j-111" style="edgeStyle=orthogonalEdgeStyle;orthogonalLoop=1;jettySize=auto;html=1;entryX=0.008;entryY=0.856;entryDx=0;entryDy=0;entryPerimeter=0;" target="59XTsty1G1Yx93DkZX_j-231">
          <mxGeometry relative="1" as="geometry" />
        </mxCell>
        <mxCell id="59XTsty1G1Yx93DkZX_j-236" edge="1" parent="1" source="59XTsty1G1Yx93DkZX_j-111" style="edgeStyle=orthogonalEdgeStyle;orthogonalLoop=1;jettySize=auto;html=1;entryX=0;entryY=0.25;entryDx=0;entryDy=0;dashed=1;strokeColor=#3333FF;" target="59XTsty1G1Yx93DkZX_j-231">
          <mxGeometry relative="1" as="geometry">
            <Array as="points">
              <mxPoint x="960" y="748" />
            </Array>
          </mxGeometry>
        </mxCell>
        <mxCell id="59XTsty1G1Yx93DkZX_j-237" edge="1" parent="1" source="59XTsty1G1Yx93DkZX_j-111" style="edgeStyle=orthogonalEdgeStyle;orthogonalLoop=1;jettySize=auto;html=1;entryX=0;entryY=0.75;entryDx=0;entryDy=0;dashed=1;strokeColor=#3333FF;" target="59XTsty1G1Yx93DkZX_j-165">
          <mxGeometry relative="1" as="geometry">
            <Array as="points">
              <mxPoint x="960" y="723" />
            </Array>
          </mxGeometry>
        </mxCell>
        <mxCell id="59XTsty1G1Yx93DkZX_j-238" edge="1" parent="1" source="59XTsty1G1Yx93DkZX_j-111" style="edgeStyle=orthogonalEdgeStyle;orthogonalLoop=1;jettySize=auto;html=1;entryX=0;entryY=0.75;entryDx=0;entryDy=0;dashed=1;strokeColor=#3333FF;" target="59XTsty1G1Yx93DkZX_j-163">
          <mxGeometry relative="1" as="geometry">
            <Array as="points">
              <mxPoint x="960" y="683" />
            </Array>
          </mxGeometry>
        </mxCell>
        <mxCell id="59XTsty1G1Yx93DkZX_j-239" edge="1" parent="1" source="59XTsty1G1Yx93DkZX_j-111" style="edgeStyle=orthogonalEdgeStyle;orthogonalLoop=1;jettySize=auto;html=1;entryX=0;entryY=0.75;entryDx=0;entryDy=0;dashed=1;strokeColor=#3333FF;" target="59XTsty1G1Yx93DkZX_j-164">
          <mxGeometry relative="1" as="geometry">
            <Array as="points">
              <mxPoint x="960" y="643" />
            </Array>
          </mxGeometry>
        </mxCell>
        <mxCell id="59XTsty1G1Yx93DkZX_j-111" parent="1" style="rounded=0;whiteSpace=wrap;html=1;fillColor=#d5e8d4;strokeColor=#82b366;" value="LattePanda" vertex="1">
          <mxGeometry height="60" width="120" x="945" y="490" as="geometry" />
        </mxCell>
        <mxCell id="59XTsty1G1Yx93DkZX_j-145" edge="1" parent="1" source="59XTsty1G1Yx93DkZX_j-116" style="edgeStyle=orthogonalEdgeStyle;orthogonalLoop=1;jettySize=auto;html=1;entryX=0.5;entryY=0;entryDx=0;entryDy=0;" target="59XTsty1G1Yx93DkZX_j-126">
          <mxGeometry relative="1" as="geometry" />
        </mxCell>
        <mxCell id="59XTsty1G1Yx93DkZX_j-116" parent="1" style="rounded=0;whiteSpace=wrap;html=1;fillColor=#f5f5f5;fontColor=#333333;strokeColor=#666666;" value="ESC" vertex="1">
          <mxGeometry height="20" width="40" x="1205" y="830" as="geometry" />
        </mxCell>
        <mxCell id="59XTsty1G1Yx93DkZX_j-147" edge="1" parent="1" source="59XTsty1G1Yx93DkZX_j-117" style="edgeStyle=orthogonalEdgeStyle;orthogonalLoop=1;jettySize=auto;html=1;entryX=0.5;entryY=0;entryDx=0;entryDy=0;" target="59XTsty1G1Yx93DkZX_j-128">
          <mxGeometry relative="1" as="geometry" />
        </mxCell>
        <mxCell id="59XTsty1G1Yx93DkZX_j-117" parent="1" style="rounded=0;whiteSpace=wrap;html=1;fillColor=#f5f5f5;fontColor=#333333;strokeColor=#666666;" value="ESC" vertex="1">
          <mxGeometry height="20" width="40" x="1325" y="830" as="geometry" />
        </mxCell>
        <mxCell id="59XTsty1G1Yx93DkZX_j-148" edge="1" parent="1" source="59XTsty1G1Yx93DkZX_j-118" style="edgeStyle=orthogonalEdgeStyle;orthogonalLoop=1;jettySize=auto;html=1;entryX=0.5;entryY=0;entryDx=0;entryDy=0;" target="59XTsty1G1Yx93DkZX_j-129">
          <mxGeometry relative="1" as="geometry" />
        </mxCell>
        <mxCell id="59XTsty1G1Yx93DkZX_j-118" parent="1" style="rounded=0;whiteSpace=wrap;html=1;fillColor=#f5f5f5;fontColor=#333333;strokeColor=#666666;" value="ESC" vertex="1">
          <mxGeometry height="20" width="40" x="1385" y="830" as="geometry" />
        </mxCell>
        <mxCell id="59XTsty1G1Yx93DkZX_j-146" edge="1" parent="1" source="59XTsty1G1Yx93DkZX_j-120" style="edgeStyle=orthogonalEdgeStyle;orthogonalLoop=1;jettySize=auto;html=1;entryX=0.5;entryY=0;entryDx=0;entryDy=0;" target="59XTsty1G1Yx93DkZX_j-127">
          <mxGeometry relative="1" as="geometry" />
        </mxCell>
        <mxCell id="59XTsty1G1Yx93DkZX_j-120" parent="1" style="rounded=0;whiteSpace=wrap;html=1;fillColor=#f5f5f5;fontColor=#333333;strokeColor=#666666;" value="ESC" vertex="1">
          <mxGeometry height="20" width="40" x="1265" y="830" as="geometry" />
        </mxCell>
        <mxCell id="59XTsty1G1Yx93DkZX_j-149" edge="1" parent="1" source="59XTsty1G1Yx93DkZX_j-121" style="edgeStyle=orthogonalEdgeStyle;orthogonalLoop=1;jettySize=auto;html=1;entryX=0.5;entryY=0;entryDx=0;entryDy=0;" target="59XTsty1G1Yx93DkZX_j-130">
          <mxGeometry relative="1" as="geometry" />
        </mxCell>
        <mxCell id="59XTsty1G1Yx93DkZX_j-121" parent="1" style="rounded=0;whiteSpace=wrap;html=1;fillColor=#f5f5f5;fontColor=#333333;strokeColor=#666666;" value="ESC" vertex="1">
          <mxGeometry height="20" width="40" x="1445" y="830" as="geometry" />
        </mxCell>
        <mxCell id="59XTsty1G1Yx93DkZX_j-150" edge="1" parent="1" source="59XTsty1G1Yx93DkZX_j-122" style="edgeStyle=orthogonalEdgeStyle;orthogonalLoop=1;jettySize=auto;html=1;entryX=0.5;entryY=0;entryDx=0;entryDy=0;" target="59XTsty1G1Yx93DkZX_j-131">
          <mxGeometry relative="1" as="geometry" />
        </mxCell>
        <mxCell id="59XTsty1G1Yx93DkZX_j-122" parent="1" style="rounded=0;whiteSpace=wrap;html=1;fillColor=#f5f5f5;fontColor=#333333;strokeColor=#666666;" value="ESC" vertex="1">
          <mxGeometry height="20" width="40" x="1505" y="830" as="geometry" />
        </mxCell>
        <mxCell id="59XTsty1G1Yx93DkZX_j-151" edge="1" parent="1" source="59XTsty1G1Yx93DkZX_j-123" style="edgeStyle=orthogonalEdgeStyle;orthogonalLoop=1;jettySize=auto;html=1;entryX=0.5;entryY=0;entryDx=0;entryDy=0;" target="59XTsty1G1Yx93DkZX_j-132">
          <mxGeometry relative="1" as="geometry" />
        </mxCell>
        <mxCell id="59XTsty1G1Yx93DkZX_j-123" parent="1" style="rounded=0;whiteSpace=wrap;html=1;fillColor=#f5f5f5;fontColor=#333333;strokeColor=#666666;" value="ESC" vertex="1">
          <mxGeometry height="20" width="40" x="1565" y="830" as="geometry" />
        </mxCell>
        <mxCell id="59XTsty1G1Yx93DkZX_j-152" edge="1" parent="1" source="59XTsty1G1Yx93DkZX_j-124" style="edgeStyle=orthogonalEdgeStyle;orthogonalLoop=1;jettySize=auto;html=1;entryX=0.5;entryY=0;entryDx=0;entryDy=0;" target="59XTsty1G1Yx93DkZX_j-133">
          <mxGeometry relative="1" as="geometry" />
        </mxCell>
        <mxCell id="59XTsty1G1Yx93DkZX_j-124" parent="1" style="rounded=0;whiteSpace=wrap;html=1;fillColor=#f5f5f5;fontColor=#333333;strokeColor=#666666;" value="ESC" vertex="1">
          <mxGeometry height="20" width="40" x="1625" y="830" as="geometry" />
        </mxCell>
        <mxCell id="59XTsty1G1Yx93DkZX_j-126" parent="1" style="rhombus;whiteSpace=wrap;html=1;fillColor=#b1ddf0;strokeColor=#10739e;" value="T-200 Thruster" vertex="1">
          <mxGeometry height="60" width="60" x="1195" y="880" as="geometry" />
        </mxCell>
        <mxCell id="59XTsty1G1Yx93DkZX_j-127" parent="1" style="rhombus;whiteSpace=wrap;html=1;fillColor=#b1ddf0;strokeColor=#10739e;" value="T-200 Thruster" vertex="1">
          <mxGeometry height="60" width="60" x="1255" y="880" as="geometry" />
        </mxCell>
        <mxCell id="59XTsty1G1Yx93DkZX_j-128" parent="1" style="rhombus;whiteSpace=wrap;html=1;fillColor=#b1ddf0;strokeColor=#10739e;" value="T-200 Thruster" vertex="1">
          <mxGeometry height="60" width="60" x="1315" y="880" as="geometry" />
        </mxCell>
        <mxCell id="59XTsty1G1Yx93DkZX_j-129" parent="1" style="rhombus;whiteSpace=wrap;html=1;fillColor=#b1ddf0;strokeColor=#10739e;" value="T-200 Thruster" vertex="1">
          <mxGeometry height="60" width="60" x="1375" y="880" as="geometry" />
        </mxCell>
        <mxCell id="59XTsty1G1Yx93DkZX_j-130" parent="1" style="rhombus;whiteSpace=wrap;html=1;fillColor=#b1ddf0;strokeColor=#10739e;" value="T-200 Thruster" vertex="1">
          <mxGeometry height="60" width="60" x="1435" y="880" as="geometry" />
        </mxCell>
        <mxCell id="59XTsty1G1Yx93DkZX_j-131" parent="1" style="rhombus;whiteSpace=wrap;html=1;fillColor=#b1ddf0;strokeColor=#10739e;" value="T-200 Thruster" vertex="1">
          <mxGeometry height="60" width="60" x="1495" y="880" as="geometry" />
        </mxCell>
        <mxCell id="59XTsty1G1Yx93DkZX_j-132" parent="1" style="rhombus;whiteSpace=wrap;html=1;fillColor=#b1ddf0;strokeColor=#10739e;" value="T-200 Thruster" vertex="1">
          <mxGeometry height="60" width="60" x="1555" y="880" as="geometry" />
        </mxCell>
        <mxCell id="59XTsty1G1Yx93DkZX_j-133" parent="1" style="rhombus;whiteSpace=wrap;html=1;fillColor=#b1ddf0;strokeColor=#10739e;" value="T-200 Thruster" vertex="1">
          <mxGeometry height="60" width="60" x="1615" y="880" as="geometry" />
        </mxCell>
        <mxCell id="59XTsty1G1Yx93DkZX_j-153" parent="1" style="rounded=0;whiteSpace=wrap;html=1;fillColor=#b1ddf0;strokeColor=#10739e;" value="Camera" vertex="1">
          <mxGeometry height="30" width="80" x="1215" y="510" as="geometry" />
        </mxCell>
        <mxCell id="59XTsty1G1Yx93DkZX_j-154" parent="1" style="rounded=0;whiteSpace=wrap;html=1;fillColor=#b1ddf0;strokeColor=#10739e;" value="Camera" vertex="1">
          <mxGeometry height="30" width="80" x="1215" y="550" as="geometry" />
        </mxCell>
        <mxCell id="59XTsty1G1Yx93DkZX_j-155" parent="1" style="rounded=0;whiteSpace=wrap;html=1;fillColor=#b1ddf0;strokeColor=#10739e;" value="Gripper" vertex="1">
          <mxGeometry height="30" width="80" x="1215" y="590" as="geometry" />
        </mxCell>
        <mxCell id="59XTsty1G1Yx93DkZX_j-163" parent="1" style="rounded=0;whiteSpace=wrap;html=1;fillColor=#b1ddf0;strokeColor=#10739e;" value="IMUs" vertex="1">
          <mxGeometry height="30" width="80" x="1055" y="660" as="geometry" />
        </mxCell>
        <mxCell id="59XTsty1G1Yx93DkZX_j-164" parent="1" style="rounded=0;whiteSpace=wrap;html=1;fillColor=#b1ddf0;strokeColor=#10739e;" value="VectorNav" vertex="1">
          <mxGeometry height="30" width="80" x="1055" y="620" as="geometry" />
        </mxCell>
        <mxCell id="59XTsty1G1Yx93DkZX_j-165" parent="1" style="rounded=0;whiteSpace=wrap;html=1;fillColor=#b1ddf0;strokeColor=#10739e;" value="Sensors and Lights" vertex="1">
          <mxGeometry height="30" width="80" x="1055" y="700" as="geometry" />
        </mxCell>
        <mxCell id="59XTsty1G1Yx93DkZX_j-185" edge="1" parent="1" source="59XTsty1G1Yx93DkZX_j-179" style="edgeStyle=orthogonalEdgeStyle;orthogonalLoop=1;jettySize=auto;html=1;entryX=1;entryY=0.5;entryDx=0;entryDy=0;" target="59XTsty1G1Yx93DkZX_j-155">
          <mxGeometry relative="1" as="geometry">
            <Array as="points">
-               <mxPoint x="1325" y="440" />
-               <mxPoint x="1325" y="605" />
+               <mxPoint x="1330" y="440" />
+               <mxPoint x="1330" y="605" />
+             </Array>
+           </mxGeometry>
+         </mxCell>
+         <mxCell id="0vSBfI8_46AL9H7hPHAw-5" edge="1" parent="1" source="59XTsty1G1Yx93DkZX_j-179" style="edgeStyle=orthogonalEdgeStyle;rounded=1;orthogonalLoop=1;jettySize=auto;html=1;entryX=1;entryY=0.5;entryDx=0;entryDy=0;curved=0;" target="0vSBfI8_46AL9H7hPHAw-3">
+           <mxGeometry relative="1" as="geometry">
+             <Array as="points">
+               <mxPoint x="1330" y="440" />
+               <mxPoint x="1330" y="645" />
            </Array>
          </mxGeometry>
        </mxCell>
        <mxCell id="59XTsty1G1Yx93DkZX_j-179" parent="1" style="rounded=0;whiteSpace=wrap;html=1;" value="12v -&amp;gt; 7v Converter for Servos" vertex="1">
          <mxGeometry height="60" width="120" x="1195" y="410" as="geometry" />
        </mxCell>
        <mxCell id="59XTsty1G1Yx93DkZX_j-183" edge="1" parent="1" source="59XTsty1G1Yx93DkZX_j-180" style="edgeStyle=orthogonalEdgeStyle;orthogonalLoop=1;jettySize=auto;html=1;" target="59XTsty1G1Yx93DkZX_j-111">
          <mxGeometry relative="1" as="geometry" />
        </mxCell>
        <mxCell id="59XTsty1G1Yx93DkZX_j-184" edge="1" parent="1" source="59XTsty1G1Yx93DkZX_j-180" style="edgeStyle=orthogonalEdgeStyle;orthogonalLoop=1;jettySize=auto;html=1;entryX=0.5;entryY=0;entryDx=0;entryDy=0;" target="59XTsty1G1Yx93DkZX_j-179">
          <mxGeometry relative="1" as="geometry" />
        </mxCell>
        <mxCell id="59XTsty1G1Yx93DkZX_j-180" parent="1" style="rounded=0;whiteSpace=wrap;html=1;fillColor=#f8cecc;strokeColor=#b85450;fontStyle=1" value="Computer Powerbus" vertex="1">
          <mxGeometry height="60" width="120" x="1375" y="360" as="geometry" />
        </mxCell>
        <mxCell id="59XTsty1G1Yx93DkZX_j-218" edge="1" parent="1" source="59XTsty1G1Yx93DkZX_j-208" style="edgeStyle=orthogonalEdgeStyle;orthogonalLoop=1;jettySize=auto;html=1;" target="59XTsty1G1Yx93DkZX_j-66">
          <mxGeometry relative="1" as="geometry" />
        </mxCell>
        <mxCell id="59XTsty1G1Yx93DkZX_j-219" edge="1" parent="1" source="59XTsty1G1Yx93DkZX_j-208" style="edgeStyle=orthogonalEdgeStyle;orthogonalLoop=1;jettySize=auto;html=1;entryX=1;entryY=0.5;entryDx=0;entryDy=0;" target="59XTsty1G1Yx93DkZX_j-214">
          <mxGeometry relative="1" as="geometry" />
        </mxCell>
        <mxCell id="59XTsty1G1Yx93DkZX_j-224" edge="1" parent="1" source="59XTsty1G1Yx93DkZX_j-208" style="edgeStyle=orthogonalEdgeStyle;orthogonalLoop=1;jettySize=auto;html=1;entryX=1;entryY=0.5;entryDx=0;entryDy=0;" target="59XTsty1G1Yx93DkZX_j-221">
          <mxGeometry relative="1" as="geometry">
            <Array as="points">
              <mxPoint x="1400" y="115" />
              <mxPoint x="1400" y="315" />
            </Array>
          </mxGeometry>
        </mxCell>
        <mxCell id="59XTsty1G1Yx93DkZX_j-208" parent="1" style="rounded=0;whiteSpace=wrap;html=1;" value="Power Strip" vertex="1">
          <mxGeometry height="60" width="120" x="1495" y="85" as="geometry" />
        </mxCell>
        <mxCell id="59XTsty1G1Yx93DkZX_j-226" edge="1" parent="1" source="59XTsty1G1Yx93DkZX_j-214" style="edgeStyle=orthogonalEdgeStyle;orthogonalLoop=1;jettySize=auto;html=1;dashed=1;strokeColor=#3333FF;" target="59XTsty1G1Yx93DkZX_j-222" value="">
          <mxGeometry relative="1" as="geometry" />
        </mxCell>
        <mxCell id="59XTsty1G1Yx93DkZX_j-227" edge="1" parent="1" source="59XTsty1G1Yx93DkZX_j-214" style="edgeStyle=orthogonalEdgeStyle;orthogonalLoop=1;jettySize=auto;html=1;dashed=1;strokeColor=#3333FF;" target="59XTsty1G1Yx93DkZX_j-221">
          <mxGeometry relative="1" as="geometry">
            <Array as="points">
              <mxPoint x="1280" y="280" />
              <mxPoint x="1285" y="280" />
            </Array>
          </mxGeometry>
        </mxCell>
        <mxCell id="59XTsty1G1Yx93DkZX_j-228" edge="1" parent="1" source="59XTsty1G1Yx93DkZX_j-214" style="edgeStyle=orthogonalEdgeStyle;orthogonalLoop=1;jettySize=auto;html=1;entryX=0.25;entryY=0;entryDx=0;entryDy=0;dashed=1;strokeColor=#3333FF;" target="59XTsty1G1Yx93DkZX_j-111">
          <mxGeometry relative="1" as="geometry" />
        </mxCell>
        <mxCell id="59XTsty1G1Yx93DkZX_j-229" connectable="0" parent="59XTsty1G1Yx93DkZX_j-228" style="edgeLabel;html=1;align=center;verticalAlign=middle;resizable=0;points=[];" value="TETHER (DATA)" vertex="1">
          <mxGeometry relative="1" x="0.453" as="geometry">
            <mxPoint as="offset" />
          </mxGeometry>
        </mxCell>
        <mxCell id="59XTsty1G1Yx93DkZX_j-214" parent="1" style="rounded=0;whiteSpace=wrap;html=1;fillColor=#f8cecc;strokeColor=#b85450;fontStyle=1" value="Laptop Surface Station" vertex="1">
          <mxGeometry height="60" width="120" x="1185" y="200" as="geometry" />
        </mxCell>
        <mxCell id="59XTsty1G1Yx93DkZX_j-221" parent="1" style="rounded=0;whiteSpace=wrap;html=1;fillColor=#b1ddf0;strokeColor=#10739e;" value="Wireless Router" vertex="1">
          <mxGeometry height="30" width="80" x="1245" y="300" as="geometry" />
        </mxCell>
        <mxCell id="59XTsty1G1Yx93DkZX_j-222" parent="1" style="rounded=0;whiteSpace=wrap;html=1;fillColor=#b1ddf0;strokeColor=#10739e;" value="Joystick and Throttle" vertex="1">
          <mxGeometry height="30" width="80" x="1160" y="300" as="geometry" />
        </mxCell>
        <mxCell id="59XTsty1G1Yx93DkZX_j-242" edge="1" parent="1" source="59XTsty1G1Yx93DkZX_j-231" style="edgeStyle=orthogonalEdgeStyle;orthogonalLoop=1;jettySize=auto;html=1;entryX=0.25;entryY=0;entryDx=0;entryDy=0;dashed=1;strokeColor=#3333FF;" target="59XTsty1G1Yx93DkZX_j-123">
          <mxGeometry relative="1" as="geometry">
            <Array as="points">
              <mxPoint x="1095" y="780" />
              <mxPoint x="1575" y="780" />
            </Array>
          </mxGeometry>
        </mxCell>
        <mxCell id="59XTsty1G1Yx93DkZX_j-243" edge="1" parent="1" source="59XTsty1G1Yx93DkZX_j-231" style="edgeStyle=orthogonalEdgeStyle;orthogonalLoop=1;jettySize=auto;html=1;entryX=0.25;entryY=0;entryDx=0;entryDy=0;dashed=1;strokeColor=#3333FF;" target="59XTsty1G1Yx93DkZX_j-124">
          <mxGeometry relative="1" as="geometry">
            <Array as="points">
              <mxPoint x="1095" y="780" />
              <mxPoint x="1635" y="780" />
            </Array>
          </mxGeometry>
        </mxCell>
        <mxCell id="59XTsty1G1Yx93DkZX_j-244" edge="1" parent="1" source="59XTsty1G1Yx93DkZX_j-231" style="edgeStyle=orthogonalEdgeStyle;orthogonalLoop=1;jettySize=auto;html=1;entryX=0.25;entryY=0;entryDx=0;entryDy=0;dashed=1;strokeColor=#3333FF;" target="59XTsty1G1Yx93DkZX_j-122">
          <mxGeometry relative="1" as="geometry">
            <Array as="points">
              <mxPoint x="1095" y="780" />
              <mxPoint x="1515" y="780" />
            </Array>
          </mxGeometry>
        </mxCell>
        <mxCell id="59XTsty1G1Yx93DkZX_j-245" edge="1" parent="1" source="59XTsty1G1Yx93DkZX_j-231" style="edgeStyle=orthogonalEdgeStyle;orthogonalLoop=1;jettySize=auto;html=1;entryX=0.25;entryY=0;entryDx=0;entryDy=0;dashed=1;strokeColor=#3333FF;" target="59XTsty1G1Yx93DkZX_j-121">
          <mxGeometry relative="1" as="geometry">
            <Array as="points">
              <mxPoint x="1095" y="780" />
              <mxPoint x="1455" y="780" />
            </Array>
          </mxGeometry>
        </mxCell>
        <mxCell id="59XTsty1G1Yx93DkZX_j-246" edge="1" parent="1" source="59XTsty1G1Yx93DkZX_j-231" style="edgeStyle=orthogonalEdgeStyle;orthogonalLoop=1;jettySize=auto;html=1;entryX=0.25;entryY=0;entryDx=0;entryDy=0;dashed=1;strokeColor=#3333FF;" target="59XTsty1G1Yx93DkZX_j-118">
          <mxGeometry relative="1" as="geometry">
            <Array as="points">
              <mxPoint x="1095" y="780" />
              <mxPoint x="1395" y="780" />
            </Array>
          </mxGeometry>
        </mxCell>
        <mxCell id="59XTsty1G1Yx93DkZX_j-247" edge="1" parent="1" source="59XTsty1G1Yx93DkZX_j-231" style="edgeStyle=orthogonalEdgeStyle;orthogonalLoop=1;jettySize=auto;html=1;entryX=0.25;entryY=0;entryDx=0;entryDy=0;dashed=1;strokeColor=#3333FF;" target="59XTsty1G1Yx93DkZX_j-117">
          <mxGeometry relative="1" as="geometry">
            <Array as="points">
              <mxPoint x="1095" y="780" />
              <mxPoint x="1335" y="780" />
            </Array>
          </mxGeometry>
        </mxCell>
        <mxCell id="59XTsty1G1Yx93DkZX_j-248" edge="1" parent="1" source="59XTsty1G1Yx93DkZX_j-231" style="edgeStyle=orthogonalEdgeStyle;orthogonalLoop=1;jettySize=auto;html=1;entryX=0.25;entryY=0;entryDx=0;entryDy=0;dashed=1;strokeColor=#3333FF;" target="59XTsty1G1Yx93DkZX_j-120">
          <mxGeometry relative="1" as="geometry">
            <Array as="points">
              <mxPoint x="1095" y="780" />
              <mxPoint x="1275" y="780" />
            </Array>
          </mxGeometry>
        </mxCell>
        <mxCell id="59XTsty1G1Yx93DkZX_j-249" edge="1" parent="1" source="59XTsty1G1Yx93DkZX_j-231" style="edgeStyle=orthogonalEdgeStyle;orthogonalLoop=1;jettySize=auto;html=1;entryX=0.25;entryY=0;entryDx=0;entryDy=0;dashed=1;strokeColor=#3333FF;" target="59XTsty1G1Yx93DkZX_j-116">
          <mxGeometry relative="1" as="geometry">
            <Array as="points">
              <mxPoint x="1095" y="780" />
              <mxPoint x="1215" y="780" />
            </Array>
          </mxGeometry>
        </mxCell>
+         <mxCell id="0vSBfI8_46AL9H7hPHAw-2" edge="1" parent="1" source="59XTsty1G1Yx93DkZX_j-231" style="edgeStyle=orthogonalEdgeStyle;rounded=1;orthogonalLoop=1;jettySize=auto;html=1;entryX=0;entryY=0.5;entryDx=0;entryDy=0;dashed=1;strokeColor=#3333FF;curved=0;" target="59XTsty1G1Yx93DkZX_j-155">
+           <mxGeometry relative="1" as="geometry" />
+         </mxCell>
+         <mxCell id="0vSBfI8_46AL9H7hPHAw-6" edge="1" parent="1" source="59XTsty1G1Yx93DkZX_j-231" style="edgeStyle=orthogonalEdgeStyle;rounded=1;orthogonalLoop=1;jettySize=auto;html=1;entryX=0;entryY=0.5;entryDx=0;entryDy=0;curved=0;dashed=1;strokeColor=#3333FF;" target="0vSBfI8_46AL9H7hPHAw-3">
+           <mxGeometry relative="1" as="geometry" />
+         </mxCell>
        <mxCell id="59XTsty1G1Yx93DkZX_j-231" parent="1" style="rounded=0;whiteSpace=wrap;html=1;fillColor=#b1ddf0;strokeColor=#10739e;" value="Motor Controller" vertex="1">
          <mxGeometry height="30" width="80" x="1055" y="740" as="geometry" />
+         </mxCell>
+         <mxCell id="0vSBfI8_46AL9H7hPHAw-3" parent="1" style="rounded=0;whiteSpace=wrap;html=1;fillColor=#b1ddf0;strokeColor=#10739e;" value="Spinner Tool Servo" vertex="1">
+           <mxGeometry height="30" width="80" x="1215" y="630" as="geometry" />
        </mxCell>
      </root>
    </mxGraphModel>
  </diagram>
</mxfile>
